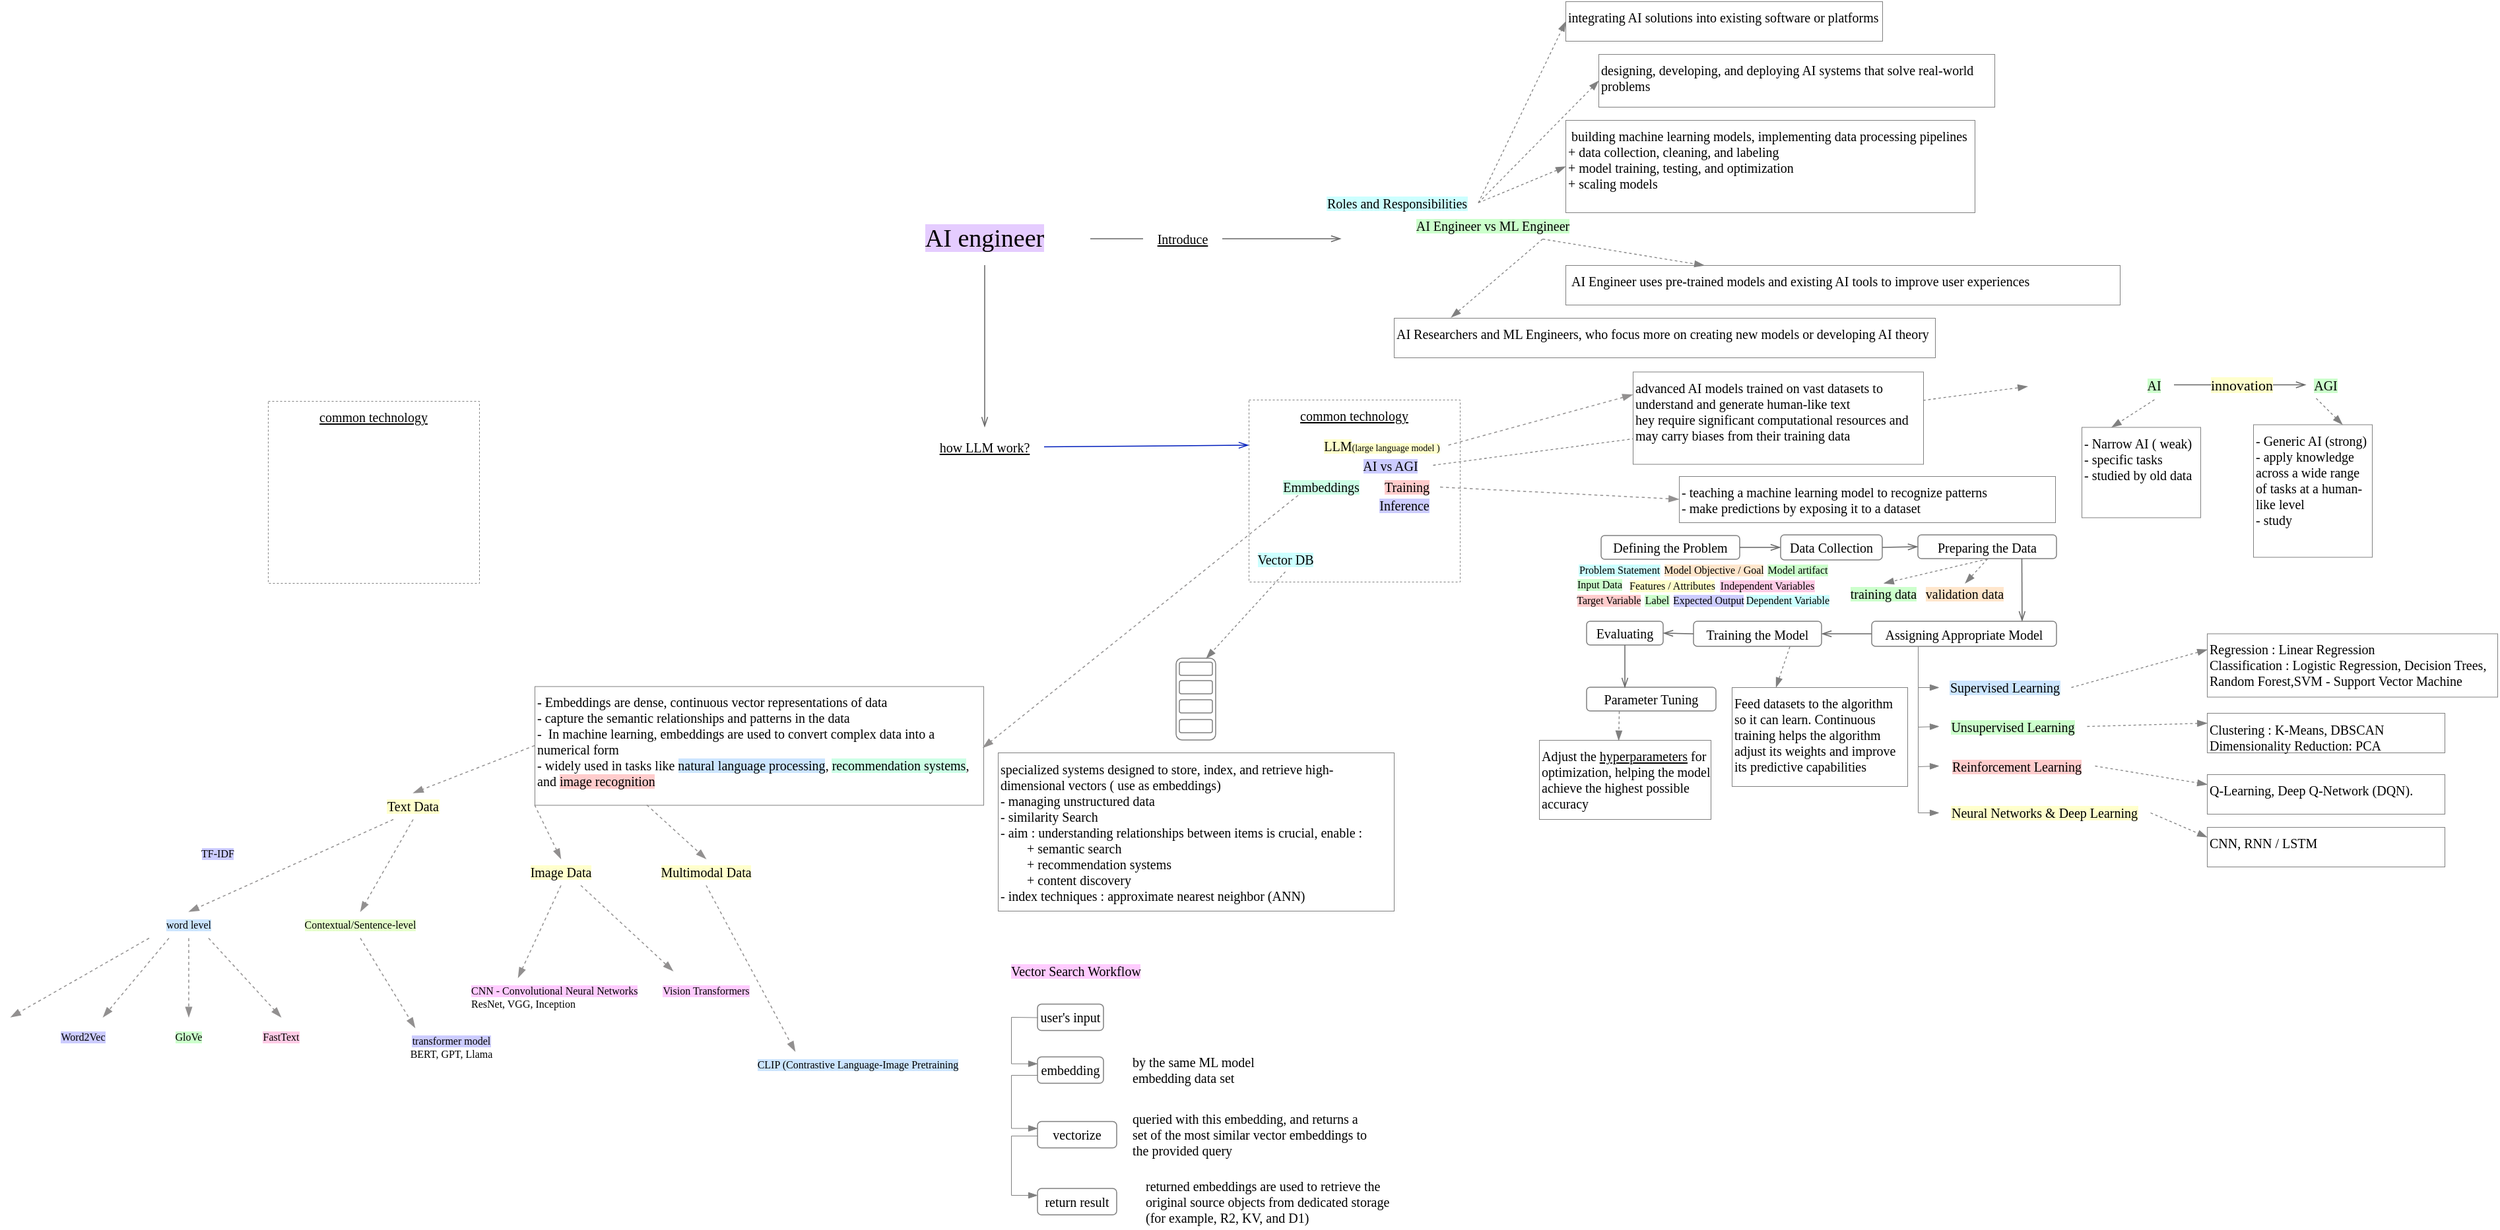
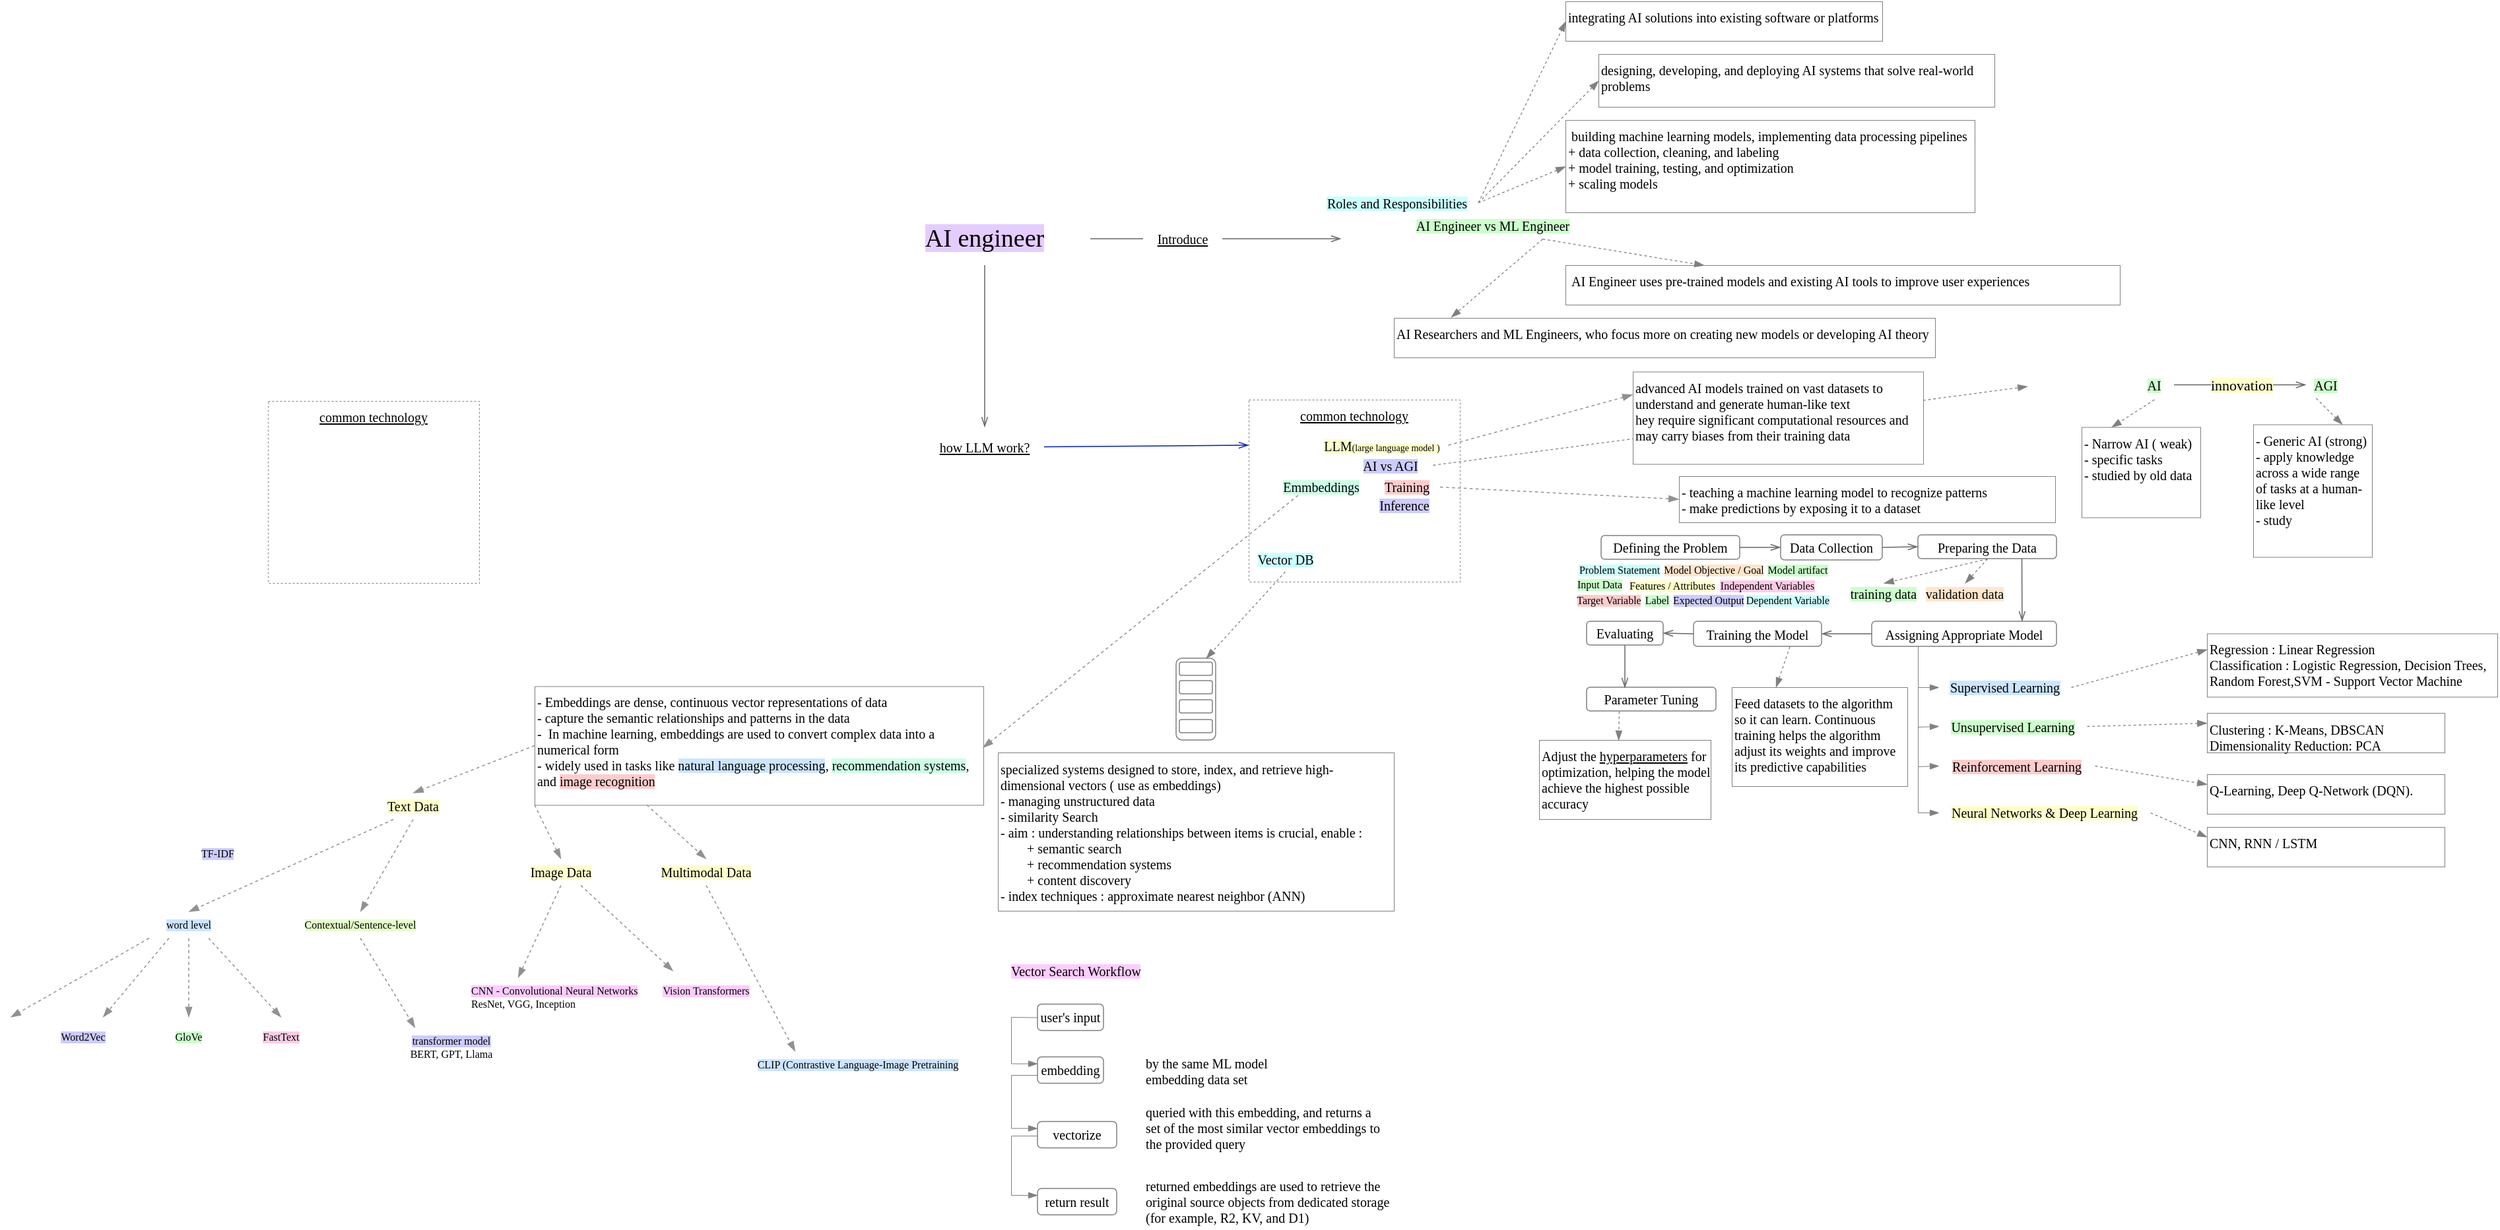
<mxfile host="app.diagrams.net" agent="Mozilla/5.0 (Macintosh; Intel Mac OS X 10_15_7) AppleWebKit/537.36 (KHTML, like Gecko) draw.io/29.3.0 Chrome/140.0.7339.249 Electron/38.7.2 Safari/537.36">
  <diagram name="Page-1" id="n3nyEJ4kgbD7jWuKOy95">
    <mxGraphModel dx="1697" dy="390" grid="1" gridSize="10" guides="1" tooltips="1" connect="1" arrows="1" fold="1" page="1" pageScale="1" pageWidth="827" pageHeight="1169" math="0" shadow="0">
      <root>
        <mxCell id="0" />
        <mxCell id="1" parent="0" />
        <mxCell id="48Jv2C9wjBzbgeSbcpPr-1" parent="1" style="text;html=1;whiteSpace=wrap;strokeColor=none;fillColor=none;align=center;verticalAlign=middle;rounded=0;fontFamily=Comic Sans MS;fontSize=19;" value="&lt;span style=&quot;background-color: rgb(229, 204, 255);&quot;&gt;AI engineer&lt;/span&gt;" vertex="1">
          <mxGeometry height="40" width="160" x="400" y="360" as="geometry" />
        </mxCell>
        <mxCell id="48Jv2C9wjBzbgeSbcpPr-3" parent="1" style="text;html=1;whiteSpace=wrap;strokeColor=none;fillColor=none;align=center;verticalAlign=middle;rounded=0;fontFamily=Comic Sans MS;fontSize=10;fontStyle=4" value="how LLM work?" vertex="1">
          <mxGeometry height="30" width="90" x="435" y="522.75" as="geometry" />
        </mxCell>
        <mxCell id="48Jv2C9wjBzbgeSbcpPr-6" edge="1" parent="1" source="48Jv2C9wjBzbgeSbcpPr-1" style="endArrow=openThin;html=1;rounded=0;strokeWidth=0.75;endFill=0;strokeColor=#666666;exitX=0.5;exitY=1;exitDx=0;exitDy=0;entryX=0.5;entryY=0;entryDx=0;entryDy=0;fontFamily=Comic Sans MS;" target="48Jv2C9wjBzbgeSbcpPr-3" value="">
          <mxGeometry height="50" relative="1" width="50" as="geometry">
            <mxPoint x="390" y="450" as="sourcePoint" />
            <mxPoint x="440" y="400" as="targetPoint" />
          </mxGeometry>
        </mxCell>
        <mxCell id="48Jv2C9wjBzbgeSbcpPr-8" parent="1" style="text;html=1;whiteSpace=wrap;strokeColor=none;fillColor=none;align=center;verticalAlign=middle;rounded=0;fontFamily=Comic Sans MS;fontSize=10;fontStyle=4" value="Introduce" vertex="1">
          <mxGeometry height="30" width="60" x="600" y="365" as="geometry" />
        </mxCell>
        <mxCell id="48Jv2C9wjBzbgeSbcpPr-9" edge="1" parent="1" source="48Jv2C9wjBzbgeSbcpPr-1" style="endArrow=none;html=1;rounded=0;strokeWidth=0.75;endFill=0;strokeColor=#666666;entryX=0;entryY=0.5;entryDx=0;entryDy=0;exitX=1;exitY=0.5;exitDx=0;exitDy=0;fontFamily=Comic Sans MS;" target="48Jv2C9wjBzbgeSbcpPr-8" value="">
          <mxGeometry height="50" relative="1" width="50" as="geometry">
            <mxPoint x="390" y="450" as="sourcePoint" />
            <mxPoint x="440" y="400" as="targetPoint" />
          </mxGeometry>
        </mxCell>
        <mxCell id="48Jv2C9wjBzbgeSbcpPr-11" edge="1" parent="1" source="48Jv2C9wjBzbgeSbcpPr-8" style="endArrow=openThin;html=1;rounded=0;strokeWidth=0.75;endFill=0;strokeColor=#666666;exitX=1;exitY=0.5;exitDx=0;exitDy=0;fontFamily=Comic Sans MS;" value="">
          <mxGeometry height="50" relative="1" width="50" as="geometry">
            <mxPoint x="590" y="450" as="sourcePoint" />
            <mxPoint x="750" y="380" as="targetPoint" />
          </mxGeometry>
        </mxCell>
        <mxCell id="48Jv2C9wjBzbgeSbcpPr-13" parent="1" style="text;html=1;whiteSpace=wrap;strokeColor=none;fillColor=none;align=center;verticalAlign=middle;rounded=0;fontFamily=Comic Sans MS;fontSize=10;" value="&lt;div&gt;&lt;span style=&quot;background-color: rgb(204, 255, 255);&quot;&gt;Roles and Responsibilities&lt;/span&gt;&lt;/div&gt;" vertex="1">
          <mxGeometry height="15" width="122.5" x="731.25" y="345" as="geometry" />
        </mxCell>
        <mxCell id="48Jv2C9wjBzbgeSbcpPr-14" parent="1" style="rounded=0;whiteSpace=wrap;html=1;fontFamily=Comic Sans MS;strokeWidth=0.5;strokeColor=#808080;align=left;verticalAlign=top;fontSize=10;" value="designing, developing, and deploying AI systems that solve real-world problems" vertex="1">
          <mxGeometry height="40" width="300" x="945" y="240" as="geometry" />
        </mxCell>
        <mxCell id="48Jv2C9wjBzbgeSbcpPr-15" parent="1" style="rounded=0;whiteSpace=wrap;html=1;fontFamily=Comic Sans MS;strokeWidth=0.5;strokeColor=#808080;align=left;verticalAlign=top;fontSize=10;" value="&amp;nbsp;building machine learning models, implementing data processing pipelines&lt;div&gt;+&amp;nbsp;data collection, cleaning, and labeling&lt;/div&gt;&lt;div&gt;+&amp;nbsp;model training, testing, and optimization&lt;/div&gt;&lt;div&gt;+&amp;nbsp;scaling models&lt;/div&gt;" vertex="1">
          <mxGeometry height="70" width="310" x="920" y="290" as="geometry" />
        </mxCell>
        <mxCell id="48Jv2C9wjBzbgeSbcpPr-16" parent="1" style="rounded=0;whiteSpace=wrap;html=1;fontFamily=Comic Sans MS;strokeWidth=0.5;strokeColor=#808080;align=left;verticalAlign=top;fontSize=10;" value="integrating AI solutions into existing software or platforms" vertex="1">
          <mxGeometry height="30" width="240" x="920" y="200" as="geometry" />
        </mxCell>
        <mxCell id="48Jv2C9wjBzbgeSbcpPr-17" edge="1" parent="1" source="48Jv2C9wjBzbgeSbcpPr-13" style="endArrow=blockThin;html=1;rounded=0;strokeColor=#808080;endFill=1;strokeWidth=0.65;exitX=1;exitY=0.5;exitDx=0;exitDy=0;entryX=0;entryY=0.5;entryDx=0;entryDy=0;dashed=1;fontFamily=Comic Sans MS;" target="48Jv2C9wjBzbgeSbcpPr-15" value="">
          <mxGeometry height="50" relative="1" width="50" as="geometry">
            <mxPoint x="945" y="330" as="sourcePoint" />
            <mxPoint x="920" y="290" as="targetPoint" />
          </mxGeometry>
        </mxCell>
        <mxCell id="48Jv2C9wjBzbgeSbcpPr-18" edge="1" parent="1" source="48Jv2C9wjBzbgeSbcpPr-13" style="endArrow=blockThin;html=1;rounded=0;strokeColor=#808080;endFill=1;strokeWidth=0.65;exitX=1;exitY=0.5;exitDx=0;exitDy=0;entryX=0;entryY=0.5;entryDx=0;entryDy=0;dashed=1;fontFamily=Comic Sans MS;" target="48Jv2C9wjBzbgeSbcpPr-14" value="">
          <mxGeometry height="50" relative="1" width="50" as="geometry">
            <mxPoint x="945" y="330" as="sourcePoint" />
            <mxPoint x="920" y="290" as="targetPoint" />
          </mxGeometry>
        </mxCell>
        <mxCell id="48Jv2C9wjBzbgeSbcpPr-19" edge="1" parent="1" source="48Jv2C9wjBzbgeSbcpPr-13" style="endArrow=blockThin;html=1;rounded=0;strokeColor=#808080;endFill=1;strokeWidth=0.65;exitX=1;exitY=0.5;exitDx=0;exitDy=0;entryX=0;entryY=0.5;entryDx=0;entryDy=0;dashed=1;fontFamily=Comic Sans MS;" target="48Jv2C9wjBzbgeSbcpPr-16" value="">
          <mxGeometry height="50" relative="1" width="50" as="geometry">
            <mxPoint x="945" y="330" as="sourcePoint" />
            <mxPoint x="920" y="290" as="targetPoint" />
          </mxGeometry>
        </mxCell>
        <mxCell id="48Jv2C9wjBzbgeSbcpPr-20" parent="1" style="text;html=1;whiteSpace=wrap;strokeColor=none;fillColor=none;align=center;verticalAlign=middle;rounded=0;fontFamily=Comic Sans MS;fontSize=10;" value="&lt;span style=&quot;background-color: rgb(204, 255, 204);&quot;&gt;AI Engineer vs ML Engineer&lt;/span&gt;" vertex="1">
          <mxGeometry height="20" width="150" x="790" y="360" as="geometry" />
        </mxCell>
        <mxCell id="48Jv2C9wjBzbgeSbcpPr-21" parent="1" style="rounded=0;whiteSpace=wrap;html=1;fontFamily=Comic Sans MS;strokeWidth=0.5;strokeColor=#808080;align=left;verticalAlign=top;fontSize=10;" value="&amp;nbsp;AI Engineer uses pre-trained models and existing AI tools to improve user experiences" vertex="1">
          <mxGeometry height="30" width="420" x="920" y="400" as="geometry" />
        </mxCell>
        <mxCell id="48Jv2C9wjBzbgeSbcpPr-22" parent="1" style="rounded=0;whiteSpace=wrap;html=1;fontFamily=Comic Sans MS;strokeWidth=0.5;strokeColor=#808080;align=left;verticalAlign=top;fontSize=10;" value="AI Researchers and ML Engineers, who focus more on creating new models or developing AI theory" vertex="1">
          <mxGeometry height="30" width="410" x="790" y="440" as="geometry" />
        </mxCell>
        <mxCell id="48Jv2C9wjBzbgeSbcpPr-23" edge="1" parent="1" source="48Jv2C9wjBzbgeSbcpPr-20" style="endArrow=blockThin;html=1;rounded=0;strokeColor=#808080;endFill=1;strokeWidth=0.65;exitX=0.75;exitY=1;exitDx=0;exitDy=0;entryX=0.25;entryY=0;entryDx=0;entryDy=0;dashed=1;fontFamily=Comic Sans MS;" target="48Jv2C9wjBzbgeSbcpPr-21" value="">
          <mxGeometry height="50" relative="1" width="50" as="geometry">
            <mxPoint x="705" y="330" as="sourcePoint" />
            <mxPoint x="680" y="290" as="targetPoint" />
          </mxGeometry>
        </mxCell>
        <mxCell id="48Jv2C9wjBzbgeSbcpPr-24" edge="1" parent="1" source="48Jv2C9wjBzbgeSbcpPr-20" style="endArrow=blockThin;html=1;rounded=0;strokeColor=#808080;endFill=1;strokeWidth=0.65;exitX=0.75;exitY=1;exitDx=0;exitDy=0;entryX=0.105;entryY=-0.017;entryDx=0;entryDy=0;dashed=1;entryPerimeter=0;fontFamily=Comic Sans MS;" target="48Jv2C9wjBzbgeSbcpPr-22" value="">
          <mxGeometry height="50" relative="1" width="50" as="geometry">
            <mxPoint x="705" y="330" as="sourcePoint" />
            <mxPoint x="680" y="290" as="targetPoint" />
          </mxGeometry>
        </mxCell>
        <mxCell id="48Jv2C9wjBzbgeSbcpPr-25" parent="1" style="rounded=0;whiteSpace=wrap;html=1;fontFamily=Comic Sans MS;strokeWidth=0.5;strokeColor=#808080;align=center;verticalAlign=top;fontSize=10;dashed=1;" value="&lt;u&gt;common technology&lt;/u&gt;&lt;div&gt;&lt;br&gt;&lt;/div&gt;" vertex="1">
          <mxGeometry height="138" width="160" x="680" y="502" as="geometry" />
        </mxCell>
        <mxCell id="48Jv2C9wjBzbgeSbcpPr-27" parent="1" style="text;html=1;whiteSpace=wrap;strokeColor=none;fillColor=none;align=center;verticalAlign=middle;rounded=0;fontFamily=Comic Sans MS;fontSize=10;" value="&lt;span&gt;&lt;span style=&quot;background-color: light-dark(rgb(204, 204, 255), rgb(0, 43, 0));&quot;&gt;AI vs AGI&lt;/span&gt;&lt;br&gt;&lt;/span&gt;" vertex="1">
          <mxGeometry height="10" width="65" x="754.5" y="546.5" as="geometry" />
        </mxCell>
        <mxCell id="48Jv2C9wjBzbgeSbcpPr-28" edge="1" parent="1" source="48Jv2C9wjBzbgeSbcpPr-3" style="endArrow=openThin;html=1;rounded=0;strokeWidth=0.75;endFill=0;strokeColor=#001DBC;exitX=1;exitY=0.5;exitDx=0;exitDy=0;entryX=0;entryY=0.25;entryDx=0;entryDy=0;fontFamily=Comic Sans MS;fillColor=#0050ef;" target="48Jv2C9wjBzbgeSbcpPr-25" value="">
          <mxGeometry height="50" relative="1" width="50" as="geometry">
            <mxPoint x="670" y="630" as="sourcePoint" />
            <mxPoint x="720" y="580" as="targetPoint" />
          </mxGeometry>
        </mxCell>
        <mxCell id="48Jv2C9wjBzbgeSbcpPr-31" edge="1" parent="1" source="48Jv2C9wjBzbgeSbcpPr-27" style="endArrow=blockThin;html=1;rounded=0;strokeColor=#808080;endFill=1;strokeWidth=0.65;exitX=1;exitY=0.5;exitDx=0;exitDy=0;dashed=1;fontFamily=Comic Sans MS;entryX=0;entryY=0.5;entryDx=0;entryDy=0;" value="">
          <mxGeometry height="50" relative="1" width="50" as="geometry">
            <mxPoint x="810" y="536" as="sourcePoint" />
            <mxPoint x="1270" y="491.7500000000001" as="targetPoint" />
          </mxGeometry>
        </mxCell>
        <mxCell id="48Jv2C9wjBzbgeSbcpPr-32" parent="1" style="text;html=1;whiteSpace=wrap;strokeColor=none;fillColor=none;align=center;verticalAlign=middle;rounded=0;fontFamily=Comic Sans MS;fontSize=10;" value="&lt;span style=&quot;background-color: rgb(204, 255, 204);&quot;&gt;&lt;span style=&quot;background-color: light-dark(rgb(204, 255, 204), rgb(0, 43, 0));&quot;&gt;AI&lt;/span&gt;&lt;br&gt;&lt;/span&gt;" vertex="1">
          <mxGeometry height="22" width="30" x="1351" y="479.75" as="geometry" />
        </mxCell>
        <mxCell id="48Jv2C9wjBzbgeSbcpPr-34" parent="1" style="text;html=1;whiteSpace=wrap;strokeColor=none;fillColor=none;align=center;verticalAlign=middle;rounded=0;fontFamily=Comic Sans MS;fontSize=10;" value="&lt;span style=&quot;background-color: rgb(204, 255, 204);&quot;&gt;AGI&lt;/span&gt;" vertex="1">
          <mxGeometry height="20" width="30" x="1481" y="480.75" as="geometry" />
        </mxCell>
        <mxCell id="48Jv2C9wjBzbgeSbcpPr-35" edge="1" parent="1" source="48Jv2C9wjBzbgeSbcpPr-32" style="endArrow=openThin;html=1;rounded=0;strokeWidth=0.75;endFill=0;strokeColor=#666666;exitX=1;exitY=0.5;exitDx=0;exitDy=0;fontFamily=Comic Sans MS;" target="48Jv2C9wjBzbgeSbcpPr-34" value="">
          <mxGeometry height="50" relative="1" width="50" as="geometry">
            <mxPoint x="1391" y="612.75" as="sourcePoint" />
            <mxPoint x="1441" y="562.75" as="targetPoint" />
          </mxGeometry>
        </mxCell>
        <mxCell id="48Jv2C9wjBzbgeSbcpPr-36" connectable="0" parent="48Jv2C9wjBzbgeSbcpPr-35" style="edgeLabel;html=1;align=center;verticalAlign=middle;resizable=0;points=[];fontFamily=Comic Sans MS;" value="&lt;span style=&quot;background-color: rgb(255, 255, 204);&quot;&gt;innovation&lt;/span&gt;" vertex="1">
          <mxGeometry relative="1" x="-0.312" as="geometry">
            <mxPoint x="16" as="offset" />
          </mxGeometry>
        </mxCell>
        <mxCell id="48Jv2C9wjBzbgeSbcpPr-37" parent="1" style="rounded=0;whiteSpace=wrap;html=1;fontFamily=Comic Sans MS;strokeWidth=0.5;strokeColor=#808080;align=left;verticalAlign=top;fontSize=10;" value="- Narrow AI ( weak)&lt;div&gt;-&amp;nbsp;specific tasks&lt;/div&gt;&lt;div&gt;- studied by old data&lt;/div&gt;" vertex="1">
          <mxGeometry height="68.5" width="90" x="1311" y="522.75" as="geometry" />
        </mxCell>
        <mxCell id="48Jv2C9wjBzbgeSbcpPr-38" parent="1" style="rounded=0;whiteSpace=wrap;html=1;fontFamily=Comic Sans MS;strokeWidth=0.5;strokeColor=#808080;align=left;verticalAlign=top;fontSize=10;" value="- Generic AI (strong)&lt;div&gt;-&amp;nbsp;apply knowledge across a wide range of tasks at a human-like level&lt;/div&gt;&lt;div&gt;- study&amp;nbsp;&lt;/div&gt;" vertex="1">
          <mxGeometry height="100.5" width="90" x="1441" y="520.75" as="geometry" />
        </mxCell>
        <mxCell id="48Jv2C9wjBzbgeSbcpPr-39" edge="1" parent="1" source="48Jv2C9wjBzbgeSbcpPr-34" style="endArrow=blockThin;html=1;rounded=0;strokeColor=#808080;endFill=1;strokeWidth=0.65;exitX=0.25;exitY=1;exitDx=0;exitDy=0;entryX=0.75;entryY=0;entryDx=0;entryDy=0;dashed=1;" target="48Jv2C9wjBzbgeSbcpPr-38" value="">
          <mxGeometry height="50" relative="1" width="50" as="geometry">
            <mxPoint x="1456" y="580.75" as="sourcePoint" />
            <mxPoint x="1431" y="540.75" as="targetPoint" />
          </mxGeometry>
        </mxCell>
        <mxCell id="48Jv2C9wjBzbgeSbcpPr-41" edge="1" parent="1" source="48Jv2C9wjBzbgeSbcpPr-32" style="endArrow=blockThin;html=1;rounded=0;strokeColor=#808080;endFill=1;strokeWidth=0.65;exitX=0.5;exitY=1;exitDx=0;exitDy=0;entryX=0.25;entryY=0;entryDx=0;entryDy=0;dashed=1;" target="48Jv2C9wjBzbgeSbcpPr-37" value="">
          <mxGeometry height="50" relative="1" width="50" as="geometry">
            <mxPoint x="1456" y="582.75" as="sourcePoint" />
            <mxPoint x="1431" y="542.75" as="targetPoint" />
          </mxGeometry>
        </mxCell>
        <mxCell id="4Kx2ZGOmUHy-jwn0eLsE-1" parent="1" style="text;html=1;whiteSpace=wrap;strokeColor=none;fillColor=none;align=center;verticalAlign=middle;rounded=0;" value="&lt;font face=&quot;Comic Sans MS&quot; style=&quot;background-color: rgb(255, 255, 204); font-size: 10px;&quot;&gt;LLM&lt;/font&gt;&lt;span style=&quot;background-color: rgb(255, 255, 204); font-size: 7px; font-family: &amp;quot;Comic Sans MS&amp;quot;; color: light-dark(rgb(0, 0, 0), rgb(255, 255, 255));&quot;&gt;(large language model )&lt;/span&gt;" vertex="1">
          <mxGeometry height="20" width="100" x="731.25" y="526.5" as="geometry" />
        </mxCell>
        <mxCell id="4Kx2ZGOmUHy-jwn0eLsE-2" parent="1" style="rounded=0;whiteSpace=wrap;html=1;align=left;verticalAlign=top;fontFamily=Comic Sans MS;strokeWidth=0.5;fontSize=10;strokeColor=#808080;" value="&lt;div&gt;&lt;div&gt;&lt;span style=&quot;background-color: transparent;&quot;&gt;advanced AI models trained on vast datasets to understand and generate human-like text&lt;/span&gt;&lt;/div&gt;&lt;/div&gt;&lt;div&gt;&lt;span style=&quot;background-color: transparent;&quot;&gt;hey require significant computational resources and may carry biases from their training data&lt;/span&gt;&lt;/div&gt;" vertex="1">
          <mxGeometry height="70" width="220" x="971" y="480.75" as="geometry" />
        </mxCell>
        <mxCell id="4Kx2ZGOmUHy-jwn0eLsE-3" edge="1" parent="1" source="4Kx2ZGOmUHy-jwn0eLsE-1" style="endArrow=blockThin;html=1;rounded=0;endFill=1;strokeColor=light-dark(#929090, #ededed);strokeWidth=0.75;dashed=1;exitX=1;exitY=0.5;exitDx=0;exitDy=0;entryX=0;entryY=0.25;entryDx=0;entryDy=0;" target="4Kx2ZGOmUHy-jwn0eLsE-2" value="">
          <mxGeometry height="50" relative="1" width="50" as="geometry">
            <mxPoint x="710" y="550" as="sourcePoint" />
            <mxPoint x="760" y="500" as="targetPoint" />
          </mxGeometry>
        </mxCell>
        <mxCell id="4Kx2ZGOmUHy-jwn0eLsE-4" parent="1" style="text;html=1;whiteSpace=wrap;strokeColor=none;fillColor=none;align=center;verticalAlign=middle;rounded=0;fontFamily=Comic Sans MS;fontSize=10;" value="&lt;span&gt;&lt;span style=&quot;background-color: light-dark(rgb(204, 255, 230), rgb(0, 43, 0));&quot;&gt;Emmbeddings&lt;/span&gt;&lt;br&gt;&lt;/span&gt;" vertex="1">
          <mxGeometry height="14" width="70" x="700" y="560.5" as="geometry" />
        </mxCell>
        <mxCell id="4Kx2ZGOmUHy-jwn0eLsE-5" parent="1" style="rounded=0;whiteSpace=wrap;html=1;align=left;verticalAlign=top;fontFamily=Comic Sans MS;strokeWidth=0.5;fontSize=10;strokeColor=#808080;" value="&lt;div&gt;&lt;div&gt;&lt;span style=&quot;background-color: transparent;&quot;&gt;- Embeddings are dense, continuous vector representations of data&lt;/span&gt;&lt;/div&gt;&lt;/div&gt;&lt;div&gt;&lt;span style=&quot;background-color: transparent;&quot;&gt;-&amp;nbsp;&lt;/span&gt;&lt;span style=&quot;background-color: transparent;&quot;&gt;capture the semantic relationships and patterns in the data&lt;/span&gt;&lt;/div&gt;&lt;div&gt;&lt;span style=&quot;background-color: transparent;&quot;&gt;-&amp;nbsp;&lt;/span&gt;&lt;span style=&quot;background-color: transparent;&quot;&gt;&amp;nbsp;In machine learning, embeddings are used to convert complex data into a numerical form&lt;/span&gt;&lt;/div&gt;&lt;div&gt;&lt;span style=&quot;background-color: transparent;&quot;&gt;-&amp;nbsp;&lt;/span&gt;&lt;span style=&quot;background-color: transparent;&quot;&gt;widely used in tasks like &lt;/span&gt;&lt;span style=&quot;background-color: rgb(204, 229, 255);&quot;&gt;natural language processing&lt;/span&gt;&lt;span style=&quot;background-color: transparent;&quot;&gt;, &lt;/span&gt;&lt;span style=&quot;background-color: rgb(204, 255, 230);&quot;&gt;recommendation systems&lt;/span&gt;&lt;span style=&quot;background-color: transparent;&quot;&gt;, and &lt;/span&gt;&lt;span style=&quot;background-color: rgb(255, 204, 204);&quot;&gt;image recognition&lt;/span&gt;&lt;/div&gt;" vertex="1">
          <mxGeometry height="90" width="340" x="139" y="719.25" as="geometry" />
        </mxCell>
        <mxCell id="4Kx2ZGOmUHy-jwn0eLsE-6" parent="1" style="text;html=1;whiteSpace=wrap;strokeColor=none;fillColor=none;align=center;verticalAlign=middle;rounded=0;fontSize=10;" value="&lt;font face=&quot;Comic Sans MS&quot; style=&quot;background-color: rgb(255, 204, 204);&quot;&gt;Training&lt;/font&gt;" vertex="1">
          <mxGeometry height="13.5" width="50" x="775" y="561.5" as="geometry" />
        </mxCell>
        <mxCell id="4Kx2ZGOmUHy-jwn0eLsE-7" edge="1" parent="1" source="4Kx2ZGOmUHy-jwn0eLsE-4" style="endArrow=blockThin;html=1;rounded=0;endFill=1;strokeColor=light-dark(#929090, #ededed);strokeWidth=0.75;dashed=1;exitX=0.25;exitY=1;exitDx=0;exitDy=0;entryX=0.999;entryY=0.518;entryDx=0;entryDy=0;entryPerimeter=0;" target="4Kx2ZGOmUHy-jwn0eLsE-5" value="">
          <mxGeometry height="50" relative="1" width="50" as="geometry">
            <mxPoint x="620" y="640" as="sourcePoint" />
            <mxPoint x="670" y="590" as="targetPoint" />
          </mxGeometry>
        </mxCell>
        <mxCell id="4Kx2ZGOmUHy-jwn0eLsE-8" parent="1" style="rounded=0;whiteSpace=wrap;html=1;align=left;verticalAlign=top;fontFamily=Comic Sans MS;strokeWidth=0.5;fontSize=10;strokeColor=#808080;" value="&lt;div&gt;&lt;span style=&quot;background-color: transparent; color: light-dark(rgb(0, 0, 0), rgb(255, 255, 255));&quot;&gt;-&amp;nbsp;teaching a machine learning model to recognize patterns&lt;/span&gt;&lt;/div&gt;&lt;div&gt;-&amp;nbsp;make predictions by exposing it to a dataset&lt;/div&gt;" vertex="1">
          <mxGeometry height="35" width="285" x="1006" y="560" as="geometry" />
        </mxCell>
        <mxCell id="4Kx2ZGOmUHy-jwn0eLsE-10" edge="1" parent="1" source="4Kx2ZGOmUHy-jwn0eLsE-6" style="endArrow=blockThin;html=1;rounded=0;endFill=1;strokeColor=light-dark(#929090, #ededed);strokeWidth=0.75;dashed=1;exitX=1;exitY=0.5;exitDx=0;exitDy=0;entryX=0;entryY=0.5;entryDx=0;entryDy=0;" target="4Kx2ZGOmUHy-jwn0eLsE-8" value="">
          <mxGeometry height="50" relative="1" width="50" as="geometry">
            <mxPoint x="950" y="590" as="sourcePoint" />
            <mxPoint x="1000" y="540" as="targetPoint" />
          </mxGeometry>
        </mxCell>
        <mxCell id="4Kx2ZGOmUHy-jwn0eLsE-11" parent="1" style="text;html=1;whiteSpace=wrap;strokeColor=none;fillColor=none;align=center;verticalAlign=middle;rounded=0;fontSize=10;" value="&lt;font face=&quot;Comic Sans MS&quot; style=&quot;background-color: rgb(255, 255, 204);&quot;&gt;Text Data&lt;/font&gt;" vertex="1">
          <mxGeometry height="20" width="60" x="17" y="800.25" as="geometry" />
        </mxCell>
        <mxCell id="4Kx2ZGOmUHy-jwn0eLsE-12" parent="1" style="text;html=1;whiteSpace=wrap;strokeColor=none;fillColor=none;align=center;verticalAlign=middle;rounded=0;fontSize=10;" value="&lt;font face=&quot;Comic Sans MS&quot; style=&quot;background-color: rgb(255, 255, 204);&quot;&gt;Image Data&lt;/font&gt;" vertex="1">
          <mxGeometry height="20" width="60" x="129" y="850.25" as="geometry" />
        </mxCell>
        <mxCell id="4Kx2ZGOmUHy-jwn0eLsE-13" parent="1" style="text;html=1;whiteSpace=wrap;strokeColor=none;fillColor=none;align=center;verticalAlign=middle;rounded=0;fontSize=10;" value="&lt;font face=&quot;Comic Sans MS&quot; style=&quot;background-color: rgb(255, 255, 204);&quot;&gt;Multimodal&amp;nbsp;Data&lt;/font&gt;" vertex="1">
          <mxGeometry height="20" width="60" x="239" y="850.25" as="geometry" />
        </mxCell>
        <mxCell id="4Kx2ZGOmUHy-jwn0eLsE-14" edge="1" parent="1" source="4Kx2ZGOmUHy-jwn0eLsE-5" style="endArrow=blockThin;html=1;rounded=0;endFill=1;strokeColor=light-dark(#929090, #ededed);strokeWidth=0.75;dashed=1;entryX=0.5;entryY=0;entryDx=0;entryDy=0;exitX=0.25;exitY=1;exitDx=0;exitDy=0;" target="4Kx2ZGOmUHy-jwn0eLsE-13" value="">
          <mxGeometry height="50" relative="1" width="50" as="geometry">
            <mxPoint x="239" y="839.25" as="sourcePoint" />
            <mxPoint x="289" y="789.25" as="targetPoint" />
          </mxGeometry>
        </mxCell>
        <mxCell id="4Kx2ZGOmUHy-jwn0eLsE-15" edge="1" parent="1" source="4Kx2ZGOmUHy-jwn0eLsE-5" style="endArrow=blockThin;html=1;rounded=0;endFill=1;strokeColor=light-dark(#929090, #ededed);strokeWidth=0.75;dashed=1;entryX=0.5;entryY=0;entryDx=0;entryDy=0;exitX=0;exitY=1;exitDx=0;exitDy=0;" target="4Kx2ZGOmUHy-jwn0eLsE-12" value="">
          <mxGeometry height="50" relative="1" width="50" as="geometry">
            <mxPoint x="239" y="839.25" as="sourcePoint" />
            <mxPoint x="289" y="789.25" as="targetPoint" />
          </mxGeometry>
        </mxCell>
        <mxCell id="4Kx2ZGOmUHy-jwn0eLsE-16" edge="1" parent="1" source="4Kx2ZGOmUHy-jwn0eLsE-5" style="endArrow=blockThin;html=1;rounded=0;endFill=1;strokeColor=light-dark(#929090, #ededed);strokeWidth=0.75;dashed=1;entryX=0.5;entryY=0;entryDx=0;entryDy=0;exitX=0;exitY=0.5;exitDx=0;exitDy=0;" target="4Kx2ZGOmUHy-jwn0eLsE-11" value="">
          <mxGeometry height="50" relative="1" width="50" as="geometry">
            <mxPoint x="239" y="839.25" as="sourcePoint" />
            <mxPoint x="289" y="789.25" as="targetPoint" />
          </mxGeometry>
        </mxCell>
        <mxCell id="4Kx2ZGOmUHy-jwn0eLsE-17" parent="1" style="text;html=1;whiteSpace=wrap;strokeColor=none;fillColor=none;align=center;verticalAlign=middle;rounded=0;fontSize=8;" value="&lt;font face=&quot;Comic Sans MS&quot; style=&quot;background-color: rgb(204, 229, 255);&quot;&gt;word level&lt;/font&gt;" vertex="1">
          <mxGeometry height="20" width="60" x="-153" y="890.25" as="geometry" />
        </mxCell>
        <mxCell id="4Kx2ZGOmUHy-jwn0eLsE-18" parent="1" style="text;html=1;whiteSpace=wrap;strokeColor=none;fillColor=none;align=center;verticalAlign=middle;rounded=0;fontSize=8;fontStyle=0" value="&lt;font face=&quot;Comic Sans MS&quot; style=&quot;background-color: rgb(204, 204, 255);&quot;&gt;Word2Vec&lt;/font&gt;" vertex="1">
          <mxGeometry height="30" width="60" x="-233" y="970.2499999999995" as="geometry" />
        </mxCell>
        <mxCell id="4Kx2ZGOmUHy-jwn0eLsE-19" parent="1" style="text;html=1;whiteSpace=wrap;strokeColor=none;fillColor=none;align=center;verticalAlign=middle;rounded=0;fontSize=8;fontStyle=0" value="&lt;font face=&quot;Comic Sans MS&quot; style=&quot;background-color: rgb(204, 255, 204);&quot;&gt;GloVe&lt;/font&gt;" vertex="1">
          <mxGeometry height="30" width="60" x="-153" y="970.2499999999995" as="geometry" />
        </mxCell>
        <mxCell id="4Kx2ZGOmUHy-jwn0eLsE-20" parent="1" style="text;html=1;whiteSpace=wrap;strokeColor=none;fillColor=none;align=center;verticalAlign=middle;rounded=0;fontSize=8;fontStyle=0" value="&lt;font face=&quot;Comic Sans MS&quot; style=&quot;background-color: rgb(255, 204, 230);&quot;&gt;FastText&lt;/font&gt;" vertex="1">
          <mxGeometry height="30" width="60" x="-83" y="970.2499999999995" as="geometry" />
        </mxCell>
        <mxCell id="4Kx2ZGOmUHy-jwn0eLsE-21" edge="1" parent="1" source="4Kx2ZGOmUHy-jwn0eLsE-17" style="endArrow=blockThin;html=1;rounded=0;endFill=1;strokeColor=light-dark(#929090, #ededed);strokeWidth=0.75;dashed=1;exitX=0.75;exitY=1;exitDx=0;exitDy=0;entryX=0.5;entryY=0;entryDx=0;entryDy=0;fontSize=8;" target="4Kx2ZGOmUHy-jwn0eLsE-20" value="">
          <mxGeometry height="50" relative="1" width="50" as="geometry">
            <mxPoint x="-53" y="930.25" as="sourcePoint" />
            <mxPoint x="-3" y="880.25" as="targetPoint" />
          </mxGeometry>
        </mxCell>
        <mxCell id="4Kx2ZGOmUHy-jwn0eLsE-22" edge="1" parent="1" source="4Kx2ZGOmUHy-jwn0eLsE-17" style="endArrow=blockThin;html=1;rounded=0;endFill=1;strokeColor=light-dark(#929090, #ededed);strokeWidth=0.75;dashed=1;exitX=0.5;exitY=1;exitDx=0;exitDy=0;fontSize=8;" target="4Kx2ZGOmUHy-jwn0eLsE-19" value="">
          <mxGeometry height="50" relative="1" width="50" as="geometry">
            <mxPoint x="-83" y="930.25" as="sourcePoint" />
            <mxPoint x="-28" y="990.25" as="targetPoint" />
          </mxGeometry>
        </mxCell>
        <mxCell id="4Kx2ZGOmUHy-jwn0eLsE-23" edge="1" parent="1" source="4Kx2ZGOmUHy-jwn0eLsE-17" style="endArrow=blockThin;html=1;rounded=0;endFill=1;strokeColor=light-dark(#929090, #ededed);strokeWidth=0.75;dashed=1;exitX=0.25;exitY=1;exitDx=0;exitDy=0;entryX=0.75;entryY=0;entryDx=0;entryDy=0;fontSize=8;" target="4Kx2ZGOmUHy-jwn0eLsE-18" value="">
          <mxGeometry height="50" relative="1" width="50" as="geometry">
            <mxPoint x="-133" y="920.25" as="sourcePoint" />
            <mxPoint x="-133" y="980.25" as="targetPoint" />
          </mxGeometry>
        </mxCell>
        <mxCell id="4Kx2ZGOmUHy-jwn0eLsE-24" parent="1" style="text;html=1;whiteSpace=wrap;strokeColor=none;fillColor=none;align=center;verticalAlign=middle;rounded=0;fontSize=8;" value="&lt;font face=&quot;Comic Sans MS&quot; style=&quot;background-color: rgb(230, 255, 204);&quot;&gt;Contextual/Sentence-level&lt;/font&gt;" vertex="1">
          <mxGeometry height="20" width="140" x="-63" y="890.25" as="geometry" />
        </mxCell>
        <mxCell id="4Kx2ZGOmUHy-jwn0eLsE-25" parent="1" style="text;html=1;whiteSpace=wrap;strokeColor=none;fillColor=none;align=center;verticalAlign=middle;rounded=0;fontSize=8;" value="&lt;font face=&quot;Comic Sans MS&quot;&gt;&lt;span style=&quot;background-color: rgb(204, 204, 255);&quot;&gt;transformer model&lt;/span&gt;&lt;br&gt;&lt;font&gt;BERT, GPT, Llama&lt;/font&gt;&lt;/font&gt;" vertex="1">
          <mxGeometry height="30" width="110" x="21" y="978.25" as="geometry" />
        </mxCell>
        <mxCell id="4Kx2ZGOmUHy-jwn0eLsE-26" edge="1" parent="1" source="4Kx2ZGOmUHy-jwn0eLsE-24" style="endArrow=blockThin;html=1;rounded=0;endFill=1;strokeColor=light-dark(#929090, #ededed);strokeWidth=0.75;dashed=1;entryX=0.25;entryY=0;entryDx=0;entryDy=0;exitX=0.5;exitY=1;exitDx=0;exitDy=0;fontSize=8;" target="4Kx2ZGOmUHy-jwn0eLsE-25" value="">
          <mxGeometry height="50" relative="1" width="50" as="geometry">
            <mxPoint x="37" y="980.25" as="sourcePoint" />
            <mxPoint x="87" y="930.25" as="targetPoint" />
          </mxGeometry>
        </mxCell>
        <mxCell id="4Kx2ZGOmUHy-jwn0eLsE-27" edge="1" parent="1" source="4Kx2ZGOmUHy-jwn0eLsE-11" style="endArrow=blockThin;html=1;rounded=0;endFill=1;strokeColor=light-dark(#929090, #ededed);strokeWidth=0.75;dashed=1;exitX=0.25;exitY=1;exitDx=0;exitDy=0;entryX=0.5;entryY=0;entryDx=0;entryDy=0;" target="4Kx2ZGOmUHy-jwn0eLsE-17" value="">
          <mxGeometry height="50" relative="1" width="50" as="geometry">
            <mxPoint x="7" y="990.25" as="sourcePoint" />
            <mxPoint x="57" y="940.25" as="targetPoint" />
          </mxGeometry>
        </mxCell>
        <mxCell id="4Kx2ZGOmUHy-jwn0eLsE-28" edge="1" parent="1" source="4Kx2ZGOmUHy-jwn0eLsE-11" style="endArrow=blockThin;html=1;rounded=0;endFill=1;strokeColor=light-dark(#929090, #ededed);strokeWidth=0.75;dashed=1;entryX=0.5;entryY=0;entryDx=0;entryDy=0;exitX=0.5;exitY=1;exitDx=0;exitDy=0;" target="4Kx2ZGOmUHy-jwn0eLsE-24" value="">
          <mxGeometry height="50" relative="1" width="50" as="geometry">
            <mxPoint x="7" y="990.25" as="sourcePoint" />
            <mxPoint x="57" y="940.25" as="targetPoint" />
          </mxGeometry>
        </mxCell>
        <mxCell id="4Kx2ZGOmUHy-jwn0eLsE-29" parent="1" style="text;html=1;whiteSpace=wrap;strokeColor=none;fillColor=none;align=left;verticalAlign=middle;rounded=0;fontSize=8;" value="&lt;font face=&quot;Comic Sans MS&quot;&gt;&lt;span style=&quot;background-color: rgb(255, 204, 255);&quot;&gt;CNN - Convolutional Neural Networks&lt;/span&gt;&lt;br&gt;&lt;span&gt;ResNet, VGG, Inception&lt;/span&gt;&lt;/font&gt;" vertex="1">
          <mxGeometry height="30" width="150" x="89" y="940.25" as="geometry" />
        </mxCell>
        <mxCell id="4Kx2ZGOmUHy-jwn0eLsE-30" parent="1" style="text;html=1;whiteSpace=wrap;strokeColor=none;fillColor=none;align=center;verticalAlign=middle;rounded=0;fontSize=8;" value="&lt;font face=&quot;Comic Sans MS&quot; style=&quot;background-color: rgb(255, 204, 255);&quot;&gt;Vision Transformers&lt;/font&gt;" vertex="1">
          <mxGeometry height="30" width="100" x="219" y="935.25" as="geometry" />
        </mxCell>
        <mxCell id="4Kx2ZGOmUHy-jwn0eLsE-31" edge="1" parent="1" source="4Kx2ZGOmUHy-jwn0eLsE-12" style="endArrow=blockThin;html=1;rounded=0;endFill=1;strokeColor=light-dark(#929090, #ededed);strokeWidth=0.75;dashed=1;exitX=0.5;exitY=1;exitDx=0;exitDy=0;entryX=0.25;entryY=0;entryDx=0;entryDy=0;" target="4Kx2ZGOmUHy-jwn0eLsE-29" value="">
          <mxGeometry height="50" relative="1" width="50" as="geometry">
            <mxPoint x="79" y="1030.25" as="sourcePoint" />
            <mxPoint x="129" y="980.25" as="targetPoint" />
          </mxGeometry>
        </mxCell>
        <mxCell id="4Kx2ZGOmUHy-jwn0eLsE-32" edge="1" parent="1" source="4Kx2ZGOmUHy-jwn0eLsE-12" style="endArrow=blockThin;html=1;rounded=0;endFill=1;strokeColor=light-dark(#929090, #ededed);strokeWidth=0.75;dashed=1;entryX=0.25;entryY=0;entryDx=0;entryDy=0;exitX=0.75;exitY=1;exitDx=0;exitDy=0;" target="4Kx2ZGOmUHy-jwn0eLsE-30" value="">
          <mxGeometry height="50" relative="1" width="50" as="geometry">
            <mxPoint x="79" y="1030.25" as="sourcePoint" />
            <mxPoint x="129" y="980.25" as="targetPoint" />
          </mxGeometry>
        </mxCell>
        <mxCell id="4Kx2ZGOmUHy-jwn0eLsE-33" parent="1" style="text;html=1;whiteSpace=wrap;strokeColor=none;fillColor=none;align=center;verticalAlign=middle;rounded=0;fontSize=8;" value="&lt;font face=&quot;Comic Sans MS&quot; style=&quot;background-color: rgb(204, 229, 255);&quot;&gt;CLIP (Contrastive Language-Image Pretraining&lt;/font&gt;" vertex="1">
          <mxGeometry height="20" width="190" x="289" y="996.25" as="geometry" />
        </mxCell>
        <mxCell id="4Kx2ZGOmUHy-jwn0eLsE-34" edge="1" parent="1" source="4Kx2ZGOmUHy-jwn0eLsE-13" style="endArrow=blockThin;html=1;rounded=0;endFill=1;strokeColor=light-dark(#929090, #ededed);strokeWidth=0.75;dashed=1;entryX=0.25;entryY=0;entryDx=0;entryDy=0;exitX=0.5;exitY=1;exitDx=0;exitDy=0;" target="4Kx2ZGOmUHy-jwn0eLsE-33" value="">
          <mxGeometry height="50" relative="1" width="50" as="geometry">
            <mxPoint x="59" y="920.25" as="sourcePoint" />
            <mxPoint x="109" y="870.25" as="targetPoint" />
          </mxGeometry>
        </mxCell>
        <mxCell id="4Kx2ZGOmUHy-jwn0eLsE-35" parent="1" style="text;html=1;whiteSpace=wrap;strokeColor=none;fillColor=none;align=center;verticalAlign=middle;rounded=0;fontSize=8;fontStyle=0" value="&lt;font face=&quot;Comic Sans MS&quot; style=&quot;background-color: rgb(204, 204, 255);&quot;&gt;TF-IDF&lt;/font&gt;" vertex="1">
          <mxGeometry height="30" width="60" x="-131" y="831" as="geometry" />
        </mxCell>
        <mxCell id="4Kx2ZGOmUHy-jwn0eLsE-36" edge="1" parent="1" source="4Kx2ZGOmUHy-jwn0eLsE-17" style="endArrow=blockThin;html=1;rounded=0;endFill=1;strokeColor=light-dark(#929090, #ededed);strokeWidth=0.75;dashed=1;exitX=0;exitY=1;exitDx=0;exitDy=0;entryX=0.75;entryY=0;entryDx=0;entryDy=0;" value="">
          <mxGeometry height="50" relative="1" width="50" as="geometry">
            <mxPoint x="-183" y="870.25" as="sourcePoint" />
            <mxPoint x="-258" y="970.25" as="targetPoint" />
          </mxGeometry>
        </mxCell>
        <mxCell id="V7DRn1bYesRj_FAgbpVT-1" parent="1" style="rounded=1;whiteSpace=wrap;html=1;strokeColor=#808080;fontFamily=Comic Sans MS;strokeWidth=0.75;fontSize=10;" value="Defining the Problem" vertex="1">
          <mxGeometry height="18" width="105" x="947" y="605" as="geometry" />
        </mxCell>
        <mxCell id="V7DRn1bYesRj_FAgbpVT-5" parent="1" style="rounded=1;whiteSpace=wrap;html=1;strokeColor=#808080;fontFamily=Comic Sans MS;strokeWidth=0.75;fontSize=10;" value="Data Collection" vertex="1">
          <mxGeometry height="19" width="77" x="1083" y="604.5" as="geometry" />
        </mxCell>
        <mxCell id="V7DRn1bYesRj_FAgbpVT-7" parent="1" style="rounded=1;whiteSpace=wrap;html=1;strokeColor=#808080;fontFamily=Comic Sans MS;strokeWidth=0.75;fontSize=10;" value="Preparing the Data" vertex="1">
          <mxGeometry height="18" width="105" x="1187" y="604.5" as="geometry" />
        </mxCell>
        <mxCell id="V7DRn1bYesRj_FAgbpVT-8" parent="1" style="rounded=1;whiteSpace=wrap;html=1;strokeColor=#808080;fontFamily=Comic Sans MS;strokeWidth=0.75;fontSize=10;" value="Assigning Appropriate Model" vertex="1">
          <mxGeometry height="19" width="140" x="1152" y="670" as="geometry" />
        </mxCell>
        <mxCell id="V7DRn1bYesRj_FAgbpVT-9" parent="1" style="rounded=1;whiteSpace=wrap;html=1;strokeColor=#808080;fontFamily=Comic Sans MS;strokeWidth=0.75;fontSize=10;" value="Training the Model" vertex="1">
          <mxGeometry height="19" width="97" x="1017" y="670" as="geometry" />
        </mxCell>
        <mxCell id="V7DRn1bYesRj_FAgbpVT-10" parent="1" style="rounded=1;whiteSpace=wrap;html=1;strokeColor=#808080;fontFamily=Comic Sans MS;strokeWidth=0.75;fontSize=10;" value="Evaluating" vertex="1">
          <mxGeometry height="18" width="58" x="936" y="670" as="geometry" />
        </mxCell>
        <mxCell id="V7DRn1bYesRj_FAgbpVT-11" parent="1" style="rounded=1;whiteSpace=wrap;html=1;strokeColor=#808080;fontFamily=Comic Sans MS;strokeWidth=0.75;fontSize=10;" value="Parameter Tuning" vertex="1">
          <mxGeometry height="18" width="98" x="936" y="720" as="geometry" />
        </mxCell>
        <mxCell id="V7DRn1bYesRj_FAgbpVT-12" edge="1" parent="1" source="V7DRn1bYesRj_FAgbpVT-1" style="endArrow=openThin;html=1;rounded=0;strokeWidth=0.75;endFill=0;strokeColor=#666666;entryX=0;entryY=0.5;entryDx=0;entryDy=0;exitX=1;exitY=0.5;exitDx=0;exitDy=0;" target="V7DRn1bYesRj_FAgbpVT-5" value="">
          <mxGeometry height="50" relative="1" width="50" as="geometry">
            <mxPoint x="1021" y="695" as="sourcePoint" />
            <mxPoint x="1071" y="645" as="targetPoint" />
          </mxGeometry>
        </mxCell>
        <mxCell id="V7DRn1bYesRj_FAgbpVT-13" edge="1" parent="1" source="V7DRn1bYesRj_FAgbpVT-5" style="endArrow=openThin;html=1;rounded=0;strokeWidth=0.75;endFill=0;strokeColor=#666666;entryX=0;entryY=0.5;entryDx=0;entryDy=0;exitX=1;exitY=0.5;exitDx=0;exitDy=0;" target="V7DRn1bYesRj_FAgbpVT-7" value="">
          <mxGeometry height="50" relative="1" width="50" as="geometry">
            <mxPoint x="1021" y="695" as="sourcePoint" />
            <mxPoint x="1071" y="645" as="targetPoint" />
          </mxGeometry>
        </mxCell>
        <mxCell id="V7DRn1bYesRj_FAgbpVT-14" edge="1" parent="1" source="V7DRn1bYesRj_FAgbpVT-7" style="endArrow=openThin;html=1;rounded=0;strokeWidth=0.75;endFill=0;strokeColor=#666666;exitX=0.75;exitY=1;exitDx=0;exitDy=0;entryX=0.814;entryY=0;entryDx=0;entryDy=0;entryPerimeter=0;" target="V7DRn1bYesRj_FAgbpVT-8" value="">
          <mxGeometry height="50" relative="1" width="50" as="geometry">
            <mxPoint x="1245" y="652" as="sourcePoint" />
            <mxPoint x="1295" y="602" as="targetPoint" />
          </mxGeometry>
        </mxCell>
        <mxCell id="V7DRn1bYesRj_FAgbpVT-15" edge="1" parent="1" source="V7DRn1bYesRj_FAgbpVT-8" style="endArrow=openThin;html=1;rounded=0;strokeWidth=0.75;endFill=0;strokeColor=#666666;exitX=0;exitY=0.5;exitDx=0;exitDy=0;entryX=1;entryY=0.5;entryDx=0;entryDy=0;" target="V7DRn1bYesRj_FAgbpVT-9" value="">
          <mxGeometry height="50" relative="1" width="50" as="geometry">
            <mxPoint x="1086" y="652" as="sourcePoint" />
            <mxPoint x="1136" y="602" as="targetPoint" />
          </mxGeometry>
        </mxCell>
        <mxCell id="V7DRn1bYesRj_FAgbpVT-16" edge="1" parent="1" source="V7DRn1bYesRj_FAgbpVT-9" style="endArrow=openThin;html=1;rounded=0;strokeWidth=0.75;endFill=0;strokeColor=#666666;exitX=0;exitY=0.5;exitDx=0;exitDy=0;entryX=1;entryY=0.5;entryDx=0;entryDy=0;" target="V7DRn1bYesRj_FAgbpVT-10" value="">
          <mxGeometry height="50" relative="1" width="50" as="geometry">
            <mxPoint x="950" y="652" as="sourcePoint" />
            <mxPoint x="1000" y="602" as="targetPoint" />
          </mxGeometry>
        </mxCell>
        <mxCell id="V7DRn1bYesRj_FAgbpVT-17" edge="1" parent="1" source="V7DRn1bYesRj_FAgbpVT-10" style="endArrow=openThin;html=1;rounded=0;strokeWidth=0.75;endFill=0;strokeColor=#666666;entryX=0.296;entryY=0.028;entryDx=0;entryDy=0;entryPerimeter=0;exitX=0.5;exitY=1;exitDx=0;exitDy=0;" target="V7DRn1bYesRj_FAgbpVT-11" value="">
          <mxGeometry height="50" relative="1" width="50" as="geometry">
            <mxPoint x="911" y="614" as="sourcePoint" />
            <mxPoint x="961" y="564" as="targetPoint" />
          </mxGeometry>
        </mxCell>
        <mxCell id="V7DRn1bYesRj_FAgbpVT-18" parent="1" style="text;html=1;whiteSpace=wrap;strokeColor=none;fillColor=none;align=center;verticalAlign=middle;rounded=0;fontFamily=Comic Sans MS;fontSize=10;" value="&lt;span style=&quot;background-color: rgb(204, 255, 204);&quot;&gt;training data&lt;/span&gt;" vertex="1">
          <mxGeometry height="15" width="60" x="1131" y="641" as="geometry" />
        </mxCell>
        <mxCell id="V7DRn1bYesRj_FAgbpVT-19" parent="1" style="text;html=1;whiteSpace=wrap;strokeColor=none;fillColor=none;align=center;verticalAlign=middle;rounded=0;fontFamily=Comic Sans MS;fontSize=10;" value="&lt;span style=&quot;background-color: rgb(255, 230, 204);&quot;&gt;validation data&lt;/span&gt;" vertex="1">
          <mxGeometry height="15" width="69" x="1188" y="641" as="geometry" />
        </mxCell>
        <mxCell id="V7DRn1bYesRj_FAgbpVT-20" edge="1" parent="1" source="V7DRn1bYesRj_FAgbpVT-7" style="endArrow=blockThin;html=1;rounded=0;strokeColor=#808080;endFill=1;strokeWidth=0.65;exitX=0.5;exitY=1;exitDx=0;exitDy=0;entryX=0.5;entryY=0;entryDx=0;entryDy=0;dashed=1;" target="V7DRn1bYesRj_FAgbpVT-19" value="">
          <mxGeometry height="50" relative="1" width="50" as="geometry">
            <mxPoint x="1105" y="571" as="sourcePoint" />
            <mxPoint x="1080" y="531" as="targetPoint" />
          </mxGeometry>
        </mxCell>
        <mxCell id="V7DRn1bYesRj_FAgbpVT-21" edge="1" parent="1" source="V7DRn1bYesRj_FAgbpVT-7" style="endArrow=blockThin;html=1;rounded=0;strokeColor=#808080;endFill=1;strokeWidth=0.65;exitX=0.5;exitY=1;exitDx=0;exitDy=0;entryX=0.5;entryY=0;entryDx=0;entryDy=0;dashed=1;" target="V7DRn1bYesRj_FAgbpVT-18" value="">
          <mxGeometry height="50" relative="1" width="50" as="geometry">
            <mxPoint x="1105" y="571" as="sourcePoint" />
            <mxPoint x="1080" y="531" as="targetPoint" />
          </mxGeometry>
        </mxCell>
        <mxCell id="V7DRn1bYesRj_FAgbpVT-22" parent="1" style="text;html=1;whiteSpace=wrap;strokeColor=none;fillColor=none;align=center;verticalAlign=middle;rounded=0;fontFamily=Comic Sans MS;fontSize=10;" value="&lt;span style=&quot;background-color: rgb(204, 229, 255);&quot;&gt;Supervised Learning&lt;/span&gt;" vertex="1">
          <mxGeometry height="18" width="100" x="1203" y="711" as="geometry" />
        </mxCell>
        <mxCell id="V7DRn1bYesRj_FAgbpVT-23" parent="1" style="text;html=1;whiteSpace=wrap;strokeColor=none;fillColor=none;align=center;verticalAlign=middle;rounded=0;fontFamily=Comic Sans MS;fontSize=10;" value="&lt;span style=&quot;background-color: rgb(204, 255, 204);&quot;&gt;Unsupervised Learning&lt;/span&gt;" vertex="1">
          <mxGeometry height="21" width="112" x="1203" y="739" as="geometry" />
        </mxCell>
        <mxCell id="V7DRn1bYesRj_FAgbpVT-24" parent="1" style="text;html=1;whiteSpace=wrap;strokeColor=none;fillColor=none;align=center;verticalAlign=middle;rounded=0;fontFamily=Comic Sans MS;fontSize=10;" value="&lt;span style=&quot;background-color: rgb(255, 204, 204);&quot;&gt;Reinforcement Learning&lt;/span&gt;" vertex="1">
          <mxGeometry height="19" width="118" x="1203" y="770" as="geometry" />
        </mxCell>
        <mxCell id="V7DRn1bYesRj_FAgbpVT-25" parent="1" style="text;html=1;whiteSpace=wrap;strokeColor=none;fillColor=none;align=center;verticalAlign=middle;rounded=0;fontFamily=Comic Sans MS;fontSize=10;" value="&lt;span style=&quot;background-color: rgb(255, 255, 204);&quot;&gt;Neural Networks &amp;amp; Deep Learning&lt;/span&gt;" vertex="1">
          <mxGeometry height="18" width="160" x="1203" y="806" as="geometry" />
        </mxCell>
        <mxCell id="V7DRn1bYesRj_FAgbpVT-26" edge="1" parent="1" source="V7DRn1bYesRj_FAgbpVT-8" style="endArrow=blockThin;html=1;rounded=0;strokeColor=#808080;endFill=1;strokeWidth=0.5;exitX=0.25;exitY=1;exitDx=0;exitDy=0;entryX=0;entryY=0.5;entryDx=0;entryDy=0;" target="V7DRn1bYesRj_FAgbpVT-22" value="">
          <mxGeometry height="50" relative="1" width="50" as="geometry">
            <Array as="points">
              <mxPoint x="1187" y="720" />
            </Array>
            <mxPoint x="1169" y="744" as="sourcePoint" />
            <mxPoint x="1273" y="654" as="targetPoint" />
          </mxGeometry>
        </mxCell>
        <mxCell id="V7DRn1bYesRj_FAgbpVT-27" edge="1" parent="1" source="V7DRn1bYesRj_FAgbpVT-8" style="endArrow=blockThin;html=1;rounded=0;strokeColor=#808080;endFill=1;strokeWidth=0.5;entryX=0;entryY=0.5;entryDx=0;entryDy=0;exitX=0.25;exitY=1;exitDx=0;exitDy=0;" target="V7DRn1bYesRj_FAgbpVT-23" value="">
          <mxGeometry height="50" relative="1" width="50" as="geometry">
            <Array as="points">
              <mxPoint x="1187" y="750" />
            </Array>
            <mxPoint x="1186" y="690" as="sourcePoint" />
            <mxPoint x="1260" y="650" as="targetPoint" />
          </mxGeometry>
        </mxCell>
        <mxCell id="V7DRn1bYesRj_FAgbpVT-28" edge="1" parent="1" source="V7DRn1bYesRj_FAgbpVT-8" style="endArrow=blockThin;html=1;rounded=0;strokeColor=#808080;endFill=1;strokeWidth=0.5;exitX=0.25;exitY=1;exitDx=0;exitDy=0;entryX=0;entryY=0.5;entryDx=0;entryDy=0;" target="V7DRn1bYesRj_FAgbpVT-24" value="">
          <mxGeometry height="50" relative="1" width="50" as="geometry">
            <Array as="points">
              <mxPoint x="1187" y="780" />
            </Array>
            <mxPoint x="1176" y="790" as="sourcePoint" />
            <mxPoint x="1280" y="700" as="targetPoint" />
          </mxGeometry>
        </mxCell>
        <mxCell id="V7DRn1bYesRj_FAgbpVT-31" edge="1" parent="1" source="V7DRn1bYesRj_FAgbpVT-8" style="endArrow=blockThin;html=1;rounded=0;strokeColor=#808080;endFill=1;strokeWidth=0.5;exitX=0.25;exitY=1;exitDx=0;exitDy=0;entryX=0;entryY=0.5;entryDx=0;entryDy=0;" target="V7DRn1bYesRj_FAgbpVT-25" value="">
          <mxGeometry height="50" relative="1" width="50" as="geometry">
            <Array as="points">
              <mxPoint x="1187" y="815" />
            </Array>
            <mxPoint x="1136" y="790" as="sourcePoint" />
            <mxPoint x="1240" y="700" as="targetPoint" />
          </mxGeometry>
        </mxCell>
        <mxCell id="V7DRn1bYesRj_FAgbpVT-33" parent="1" style="rounded=0;whiteSpace=wrap;html=1;fontFamily=Comic Sans MS;strokeWidth=0.5;strokeColor=#808080;align=left;verticalAlign=top;fontSize=10;" value="CNN,&amp;nbsp;RNN / LSTM" vertex="1">
          <mxGeometry height="30" width="180" x="1406" y="826" as="geometry" />
        </mxCell>
        <mxCell id="V7DRn1bYesRj_FAgbpVT-35" parent="1" style="rounded=0;whiteSpace=wrap;html=1;fontFamily=Comic Sans MS;strokeWidth=0.5;strokeColor=#808080;align=left;verticalAlign=top;fontSize=10;" value="Q-Learning, Deep Q-Network (DQN)." vertex="1">
          <mxGeometry height="30" width="180" x="1406" y="786" as="geometry" />
        </mxCell>
        <mxCell id="V7DRn1bYesRj_FAgbpVT-36" parent="1" style="rounded=0;whiteSpace=wrap;html=1;fontFamily=Comic Sans MS;strokeWidth=0.5;strokeColor=#808080;align=left;verticalAlign=top;fontSize=10;" value="Clustering :&amp;nbsp;K-Means, DBSCAN&lt;br&gt;Dimensionality Reduction:&amp;nbsp;PCA" vertex="1">
          <mxGeometry height="30" width="180" x="1406" y="739.5" as="geometry" />
        </mxCell>
        <mxCell id="V7DRn1bYesRj_FAgbpVT-37" parent="1" style="rounded=0;whiteSpace=wrap;html=1;fontFamily=Comic Sans MS;strokeWidth=0.5;strokeColor=#808080;align=left;verticalAlign=top;fontSize=10;" value="Regression :&amp;nbsp;Linear Regression&lt;div&gt;Classification : Logistic Regression, Decision Trees, Random Forest,SVM - Support Vector Machine&lt;/div&gt;" vertex="1">
          <mxGeometry height="48" width="220" x="1406" y="679.25" as="geometry" />
        </mxCell>
        <mxCell id="V7DRn1bYesRj_FAgbpVT-39" edge="1" parent="1" source="V7DRn1bYesRj_FAgbpVT-22" style="endArrow=blockThin;html=1;rounded=0;strokeColor=#808080;endFill=1;strokeWidth=0.65;exitX=1;exitY=0.5;exitDx=0;exitDy=0;entryX=0;entryY=0.25;entryDx=0;entryDy=0;dashed=1;" target="V7DRn1bYesRj_FAgbpVT-37" value="">
          <mxGeometry height="50" relative="1" width="50" as="geometry">
            <mxPoint x="1351" y="760" as="sourcePoint" />
            <mxPoint x="1326" y="720" as="targetPoint" />
          </mxGeometry>
        </mxCell>
        <mxCell id="V7DRn1bYesRj_FAgbpVT-40" edge="1" parent="1" source="V7DRn1bYesRj_FAgbpVT-23" style="endArrow=blockThin;html=1;rounded=0;strokeColor=#808080;endFill=1;strokeWidth=0.65;exitX=1;exitY=0.5;exitDx=0;exitDy=0;entryX=0;entryY=0.25;entryDx=0;entryDy=0;dashed=1;" target="V7DRn1bYesRj_FAgbpVT-36" value="">
          <mxGeometry height="50" relative="1" width="50" as="geometry">
            <mxPoint x="1351" y="760" as="sourcePoint" />
            <mxPoint x="1326" y="720" as="targetPoint" />
          </mxGeometry>
        </mxCell>
        <mxCell id="V7DRn1bYesRj_FAgbpVT-41" edge="1" parent="1" source="V7DRn1bYesRj_FAgbpVT-24" style="endArrow=blockThin;html=1;rounded=0;strokeColor=#808080;endFill=1;strokeWidth=0.65;exitX=1;exitY=0.5;exitDx=0;exitDy=0;entryX=0;entryY=0.25;entryDx=0;entryDy=0;dashed=1;" target="V7DRn1bYesRj_FAgbpVT-35" value="">
          <mxGeometry height="50" relative="1" width="50" as="geometry">
            <mxPoint x="1351" y="760" as="sourcePoint" />
            <mxPoint x="1326" y="720" as="targetPoint" />
          </mxGeometry>
        </mxCell>
        <mxCell id="V7DRn1bYesRj_FAgbpVT-42" edge="1" parent="1" source="V7DRn1bYesRj_FAgbpVT-25" style="endArrow=blockThin;html=1;rounded=0;strokeColor=#808080;endFill=1;strokeWidth=0.65;exitX=1;exitY=0.5;exitDx=0;exitDy=0;entryX=0;entryY=0.25;entryDx=0;entryDy=0;dashed=1;" target="V7DRn1bYesRj_FAgbpVT-33" value="">
          <mxGeometry height="50" relative="1" width="50" as="geometry">
            <mxPoint x="1351" y="760" as="sourcePoint" />
            <mxPoint x="1326" y="720" as="targetPoint" />
          </mxGeometry>
        </mxCell>
        <mxCell id="V7DRn1bYesRj_FAgbpVT-44" parent="1" style="rounded=0;whiteSpace=wrap;html=1;fontFamily=Comic Sans MS;strokeWidth=0.5;strokeColor=#808080;align=left;verticalAlign=top;fontSize=10;" value="Feed datasets to the algorithm so it can learn. Continuous training helps the algorithm adjust its weights and improve its predictive capabilities" vertex="1">
          <mxGeometry height="75" width="133" x="1046" y="720" as="geometry" />
        </mxCell>
        <mxCell id="V7DRn1bYesRj_FAgbpVT-45" edge="1" parent="1" source="V7DRn1bYesRj_FAgbpVT-9" style="endArrow=blockThin;html=1;rounded=0;strokeColor=#808080;endFill=1;strokeWidth=0.65;exitX=0.75;exitY=1;exitDx=0;exitDy=0;entryX=0.25;entryY=0;entryDx=0;entryDy=0;dashed=1;" target="V7DRn1bYesRj_FAgbpVT-44" value="">
          <mxGeometry height="50" relative="1" width="50" as="geometry">
            <mxPoint x="1081" y="690" as="sourcePoint" />
            <mxPoint x="1056" y="650" as="targetPoint" />
          </mxGeometry>
        </mxCell>
        <mxCell id="V7DRn1bYesRj_FAgbpVT-46" parent="1" style="rounded=0;whiteSpace=wrap;html=1;fontFamily=Comic Sans MS;strokeWidth=0.5;strokeColor=#808080;align=left;verticalAlign=top;fontSize=10;" value="Adjust the &lt;u&gt;hyperparameters&lt;/u&gt; for optimization, helping the model achieve the highest possible accuracy" vertex="1">
          <mxGeometry height="60" width="130" x="900" y="760" as="geometry" />
        </mxCell>
        <mxCell id="V7DRn1bYesRj_FAgbpVT-47" edge="1" parent="1" source="V7DRn1bYesRj_FAgbpVT-11" style="endArrow=blockThin;html=1;rounded=0;strokeColor=#808080;endFill=1;strokeWidth=0.65;exitX=0.25;exitY=1;exitDx=0;exitDy=0;entryX=0.462;entryY=0.005;entryDx=0;entryDy=0;dashed=1;entryPerimeter=0;" target="V7DRn1bYesRj_FAgbpVT-46" value="">
          <mxGeometry height="50" relative="1" width="50" as="geometry">
            <mxPoint x="1081" y="750" as="sourcePoint" />
            <mxPoint x="961.5" y="760" as="targetPoint" />
          </mxGeometry>
        </mxCell>
        <mxCell id="V7DRn1bYesRj_FAgbpVT-48" parent="1" style="text;html=1;whiteSpace=wrap;strokeColor=none;fillColor=none;align=center;verticalAlign=middle;rounded=0;fontFamily=Comic Sans MS;fontSize=8;" value="&lt;span style=&quot;background-color: rgb(204, 255, 204);&quot;&gt;Input Data&lt;/span&gt;" vertex="1">
          <mxGeometry height="20" width="60" x="916" y="632.25" as="geometry" />
        </mxCell>
        <mxCell id="V7DRn1bYesRj_FAgbpVT-49" parent="1" style="text;html=1;whiteSpace=wrap;strokeColor=none;fillColor=none;align=center;verticalAlign=middle;rounded=0;fontFamily=Comic Sans MS;fontSize=8;" value="&lt;span style=&quot;background-color: rgb(204, 255, 255);&quot;&gt;Problem Statement&lt;/span&gt;" vertex="1">
          <mxGeometry height="20" width="90" x="916" y="621.25" as="geometry" />
        </mxCell>
        <mxCell id="V7DRn1bYesRj_FAgbpVT-50" parent="1" style="text;html=1;whiteSpace=wrap;strokeColor=none;fillColor=none;align=center;verticalAlign=middle;rounded=0;fontFamily=Comic Sans MS;fontSize=8;" value="&lt;span style=&quot;background-color: rgb(255, 230, 204);&quot;&gt;Model Objective / Goal&lt;/span&gt;" vertex="1">
          <mxGeometry height="16.75" width="110.5" x="976.75" y="622.88" as="geometry" />
        </mxCell>
        <mxCell id="V7DRn1bYesRj_FAgbpVT-51" parent="1" style="text;html=1;whiteSpace=wrap;strokeColor=none;fillColor=none;align=center;verticalAlign=middle;rounded=0;fontFamily=Comic Sans MS;fontSize=8;" value="&lt;span style=&quot;background-color: rgb(255, 255, 204);&quot;&gt;Features / Attributes&lt;/span&gt;" vertex="1">
          <mxGeometry height="20" width="100" x="951" y="633" as="geometry" />
        </mxCell>
        <mxCell id="V7DRn1bYesRj_FAgbpVT-52" parent="1" style="text;html=1;whiteSpace=wrap;strokeColor=none;fillColor=none;align=center;verticalAlign=middle;rounded=0;fontFamily=Comic Sans MS;fontSize=8;" value="&lt;span style=&quot;background-color: rgb(255, 204, 230);&quot;&gt;Independent Variables&lt;/span&gt;" vertex="1">
          <mxGeometry height="20" width="100" x="1023" y="633" as="geometry" />
        </mxCell>
        <mxCell id="V7DRn1bYesRj_FAgbpVT-53" parent="1" style="text;html=1;whiteSpace=wrap;strokeColor=none;fillColor=none;align=center;verticalAlign=middle;rounded=0;fontFamily=Comic Sans MS;fontSize=8;" value="&lt;span style=&quot;background-color: rgb(255, 204, 204);&quot;&gt;Target Variable&lt;/span&gt;" vertex="1">
          <mxGeometry height="20" width="60" x="923" y="644" as="geometry" />
        </mxCell>
        <mxCell id="V7DRn1bYesRj_FAgbpVT-54" parent="1" style="text;html=1;whiteSpace=wrap;strokeColor=none;fillColor=none;align=center;verticalAlign=middle;rounded=0;fontFamily=Comic Sans MS;fontSize=8;" value="&lt;span style=&quot;background-color: rgb(204, 255, 204);&quot;&gt;Label&lt;/span&gt;" vertex="1">
          <mxGeometry height="12" width="25" x="976.75" y="648" as="geometry" />
        </mxCell>
        <mxCell id="V7DRn1bYesRj_FAgbpVT-55" parent="1" style="text;html=1;whiteSpace=wrap;strokeColor=none;fillColor=none;align=center;verticalAlign=middle;rounded=0;fontFamily=Comic Sans MS;fontSize=8;" value="&lt;span style=&quot;background-color: rgb(204, 204, 255);&quot;&gt;Expected Output&lt;/span&gt;" vertex="1">
          <mxGeometry height="15" width="65" x="995.5" y="646.5" as="geometry" />
        </mxCell>
        <mxCell id="V7DRn1bYesRj_FAgbpVT-56" parent="1" style="text;html=1;whiteSpace=wrap;strokeColor=none;fillColor=none;align=center;verticalAlign=middle;rounded=0;fontFamily=Comic Sans MS;fontSize=8;" value="&lt;span style=&quot;background-color: rgb(204, 255, 255);&quot;&gt;Dependent Variable&lt;/span&gt;" vertex="1">
          <mxGeometry height="18" width="75" x="1051" y="645" as="geometry" />
        </mxCell>
        <mxCell id="V7DRn1bYesRj_FAgbpVT-57" parent="1" style="text;html=1;whiteSpace=wrap;strokeColor=none;fillColor=none;align=center;verticalAlign=middle;rounded=0;fontFamily=Comic Sans MS;fontSize=8;" value="&lt;span style=&quot;background-color: rgb(204, 255, 204);&quot;&gt;Model artifact&lt;/span&gt;" vertex="1">
          <mxGeometry height="15" width="60" x="1066" y="623.75" as="geometry" />
        </mxCell>
        <mxCell id="V7DRn1bYesRj_FAgbpVT-58" parent="1" style="text;html=1;whiteSpace=wrap;strokeColor=none;fillColor=none;align=center;verticalAlign=middle;rounded=0;fontSize=10;" value="&lt;font face=&quot;Comic Sans MS&quot; style=&quot;background-color: rgb(204, 204, 255);&quot;&gt;Inference&lt;/font&gt;" vertex="1">
          <mxGeometry height="13.5" width="50" x="773" y="575" as="geometry" />
        </mxCell>
        <mxCell id="V7DRn1bYesRj_FAgbpVT-59" edge="1" parent="1" style="edgeStyle=orthogonalEdgeStyle;rounded=0;orthogonalLoop=1;jettySize=auto;html=1;innerLoopWaypoints=1;exitX=0.5;exitY=1;exitDx=0;exitDy=0;">
          <mxGeometry relative="1" as="geometry">
            <mxPoint x="309" y="692" as="sourcePoint" />
            <mxPoint x="309" y="692" as="targetPoint" />
          </mxGeometry>
        </mxCell>
        <mxCell id="RreDaSVfhYIk49Yz23y1-1" parent="1" style="text;html=1;whiteSpace=wrap;strokeColor=none;fillColor=none;align=center;verticalAlign=middle;rounded=0;fontFamily=Comic Sans MS;fontSize=10;" value="&lt;span style=&quot;background-color: rgb(204, 255, 255);&quot;&gt;&lt;span&gt;Vector &lt;/span&gt;&lt;span&gt;DB&lt;/span&gt;&lt;/span&gt;" vertex="1">
          <mxGeometry height="18.75" width="47.5" x="683.75" y="613.5" as="geometry" />
        </mxCell>
        <mxCell id="RreDaSVfhYIk49Yz23y1-2" parent="1" style="rounded=0;whiteSpace=wrap;html=1;fontFamily=Comic Sans MS;strokeWidth=0.5;strokeColor=#808080;align=center;verticalAlign=top;fontSize=10;dashed=1;" value="&lt;u&gt;common technology&lt;/u&gt;&lt;div&gt;&lt;br&gt;&lt;/div&gt;" vertex="1">
          <mxGeometry height="138" width="160" x="-63" y="503" as="geometry" />
        </mxCell>
        <mxCell id="RreDaSVfhYIk49Yz23y1-3" parent="1" style="rounded=1;whiteSpace=wrap;html=1;strokeColor=#808080;fontFamily=Comic Sans MS;strokeWidth=0.75;fontSize=10;" value="" vertex="1">
          <mxGeometry height="62" width="30" x="625" y="698" as="geometry" />
        </mxCell>
        <mxCell id="RreDaSVfhYIk49Yz23y1-4" parent="1" style="rounded=1;whiteSpace=wrap;html=1;strokeColor=#808080;fontFamily=Comic Sans MS;strokeWidth=0.75;fontSize=10;" value="" vertex="1">
          <mxGeometry height="10" width="25" x="627.5" y="701" as="geometry" />
        </mxCell>
        <mxCell id="RreDaSVfhYIk49Yz23y1-5" parent="1" style="rounded=1;whiteSpace=wrap;html=1;strokeColor=#808080;fontFamily=Comic Sans MS;strokeWidth=0.75;fontSize=10;" value="" vertex="1">
          <mxGeometry height="10" width="25" x="627.5" y="715" as="geometry" />
        </mxCell>
        <mxCell id="RreDaSVfhYIk49Yz23y1-6" parent="1" style="rounded=1;whiteSpace=wrap;html=1;strokeColor=#808080;fontFamily=Comic Sans MS;strokeWidth=0.75;fontSize=10;" value="" vertex="1">
          <mxGeometry height="10" width="25" x="627.5" y="729.5" as="geometry" />
        </mxCell>
        <mxCell id="RreDaSVfhYIk49Yz23y1-7" parent="1" style="rounded=1;whiteSpace=wrap;html=1;strokeColor=#808080;fontFamily=Comic Sans MS;strokeWidth=0.75;fontSize=10;fontStyle=1" value="" vertex="1">
          <mxGeometry height="10" width="25" x="627.5" y="744.5" as="geometry" />
        </mxCell>
        <mxCell id="RreDaSVfhYIk49Yz23y1-8" parent="1" style="rounded=0;whiteSpace=wrap;html=1;fontFamily=Comic Sans MS;strokeWidth=0.5;strokeColor=#808080;align=left;verticalAlign=top;fontSize=10;" value="specialized systems designed to store, index, and retrieve high-dimensional vectors ( use as embeddings)&lt;div&gt;-&amp;nbsp;managing unstructured data&lt;/div&gt;&lt;div&gt;- similarity Search&lt;br&gt;- aim : understanding relationships between items is crucial, enable :&amp;nbsp;&lt;br&gt;&lt;span style=&quot;white-space: pre;&quot;&gt;&#x9;&lt;/span&gt;+&amp;nbsp;semantic search&lt;br&gt;&lt;/div&gt;&lt;div&gt;&lt;span style=&quot;white-space: pre;&quot;&gt;&#x9;&lt;/span&gt;+&amp;nbsp;recommendation systems&lt;br&gt;&lt;span style=&quot;white-space: pre;&quot;&gt;&#x9;&lt;/span&gt;+&amp;nbsp;content discovery&lt;br&gt;&lt;/div&gt;&lt;div&gt;- index&amp;nbsp;techniques :&amp;nbsp;approximate nearest neighbor (ANN)&lt;/div&gt;" vertex="1">
          <mxGeometry height="120" width="300" x="490" y="769.5" as="geometry" />
        </mxCell>
        <mxCell id="RreDaSVfhYIk49Yz23y1-10" edge="1" parent="1" source="RreDaSVfhYIk49Yz23y1-1" style="endArrow=blockThin;html=1;rounded=0;strokeColor=#808080;endFill=1;strokeWidth=0.65;exitX=0.5;exitY=1;exitDx=0;exitDy=0;entryX=0.75;entryY=0;entryDx=0;entryDy=0;dashed=1;" target="RreDaSVfhYIk49Yz23y1-3" value="">
          <mxGeometry height="50" relative="1" width="50" as="geometry">
            <mxPoint x="605" y="670" as="sourcePoint" />
            <mxPoint x="580" y="630" as="targetPoint" />
          </mxGeometry>
        </mxCell>
        <mxCell id="RreDaSVfhYIk49Yz23y1-13" parent="1" style="text;html=1;whiteSpace=wrap;strokeColor=none;fillColor=none;align=left;verticalAlign=middle;rounded=0;fontFamily=Comic Sans MS;fontSize=10;" value="&lt;span style=&quot;background-color: rgb(255, 204, 255);&quot;&gt;Vector Search Workflow&lt;/span&gt;" vertex="1">
          <mxGeometry height="30" width="110" x="498" y="920" as="geometry" />
        </mxCell>
        <mxCell id="RreDaSVfhYIk49Yz23y1-15" parent="1" style="rounded=1;whiteSpace=wrap;html=1;strokeColor=#808080;fontFamily=Comic Sans MS;strokeWidth=0.75;fontSize=10;" value="embedding" vertex="1">
          <mxGeometry height="20" width="50" x="520" y="1000.25" as="geometry" />
        </mxCell>
        <mxCell id="RreDaSVfhYIk49Yz23y1-16" parent="1" style="rounded=1;whiteSpace=wrap;html=1;strokeColor=#808080;fontFamily=Comic Sans MS;strokeWidth=0.75;fontSize=10;" value="vectorize" vertex="1">
          <mxGeometry height="20" width="60" x="520" y="1049.25" as="geometry" />
        </mxCell>
        <mxCell id="RreDaSVfhYIk49Yz23y1-17" parent="1" style="rounded=1;whiteSpace=wrap;html=1;strokeColor=#808080;fontFamily=Comic Sans MS;strokeWidth=0.75;fontSize=10;" value="return result" vertex="1">
          <mxGeometry height="20" width="60" x="520" y="1100" as="geometry" />
        </mxCell>
        <mxCell id="RreDaSVfhYIk49Yz23y1-18" parent="1" style="rounded=1;whiteSpace=wrap;html=1;strokeColor=#808080;fontFamily=Comic Sans MS;strokeWidth=0.75;fontSize=10;" value="user&#39;s input" vertex="1">
          <mxGeometry height="20" width="50" x="520" y="960.25" as="geometry" />
        </mxCell>
        <mxCell id="RreDaSVfhYIk49Yz23y1-22" edge="1" parent="1" source="RreDaSVfhYIk49Yz23y1-18" style="endArrow=blockThin;html=1;rounded=0;strokeColor=#808080;endFill=1;strokeWidth=0.5;exitX=0;exitY=0.5;exitDx=0;exitDy=0;entryX=0;entryY=0.25;entryDx=0;entryDy=0;" target="RreDaSVfhYIk49Yz23y1-15" value="">
          <mxGeometry height="50" relative="1" width="50" as="geometry">
            <Array as="points">
              <mxPoint x="500" y="970" />
              <mxPoint x="500" y="1005.25" />
            </Array>
            <mxPoint x="510" y="1090" as="sourcePoint" />
            <mxPoint x="614" y="1000" as="targetPoint" />
          </mxGeometry>
        </mxCell>
        <mxCell id="RreDaSVfhYIk49Yz23y1-23" edge="1" parent="1" style="endArrow=blockThin;html=1;rounded=0;strokeColor=#808080;endFill=1;strokeWidth=0.5;exitX=0;exitY=0.5;exitDx=0;exitDy=0;entryX=0;entryY=0.25;entryDx=0;entryDy=0;" target="RreDaSVfhYIk49Yz23y1-16" value="">
          <mxGeometry height="50" relative="1" width="50" as="geometry">
            <Array as="points">
              <mxPoint x="500" y="1014" />
              <mxPoint x="500" y="1054.25" />
            </Array>
            <mxPoint x="520" y="1014" as="sourcePoint" />
            <mxPoint x="520" y="1049" as="targetPoint" />
          </mxGeometry>
        </mxCell>
        <mxCell id="RreDaSVfhYIk49Yz23y1-24" edge="1" parent="1" style="endArrow=blockThin;html=1;rounded=0;strokeColor=#808080;endFill=1;strokeWidth=0.5;exitX=0;exitY=0.5;exitDx=0;exitDy=0;entryX=0;entryY=0.25;entryDx=0;entryDy=0;" target="RreDaSVfhYIk49Yz23y1-17" value="">
          <mxGeometry height="50" relative="1" width="50" as="geometry">
            <Array as="points">
              <mxPoint x="500" y="1060" />
              <mxPoint x="500" y="1105" />
            </Array>
            <mxPoint x="520" y="1060" as="sourcePoint" />
            <mxPoint x="520" y="1095" as="targetPoint" />
          </mxGeometry>
        </mxCell>
        <mxCell id="RreDaSVfhYIk49Yz23y1-25" parent="1" style="text;html=1;whiteSpace=wrap;strokeColor=none;fillColor=none;align=left;verticalAlign=middle;rounded=0;fontFamily=Comic Sans MS;fontSize=10;" value="by the same ML model embedding data set" vertex="1">
-           <mxGeometry height="30" width="110" x="590" y="995.25" as="geometry" />
+           <mxGeometry height="30" width="110" x="600" y="996.25" as="geometry" />
        </mxCell>
        <mxCell id="RreDaSVfhYIk49Yz23y1-26" parent="1" style="text;html=1;whiteSpace=wrap;strokeColor=none;fillColor=none;align=left;verticalAlign=middle;rounded=0;fontFamily=Comic Sans MS;fontSize=10;" value="queried with this embedding, and returns a set of the most similar vector embeddings to the provided query" vertex="1">
-           <mxGeometry height="30" width="180" x="590" y="1044.25" as="geometry" />
+           <mxGeometry height="30" width="180" x="600" y="1039.25" as="geometry" />
        </mxCell>
        <mxCell id="RreDaSVfhYIk49Yz23y1-27" parent="1" style="text;html=1;whiteSpace=wrap;strokeColor=none;fillColor=none;align=left;verticalAlign=middle;rounded=0;fontFamily=Comic Sans MS;fontSize=10;" value="returned embeddings are used to retrieve the original source objects from dedicated storage (for example, R2, KV, and D1)" vertex="1">
          <mxGeometry height="40" width="200" x="600" y="1090" as="geometry" />
        </mxCell>
      </root>
    </mxGraphModel>
  </diagram>
</mxfile>
